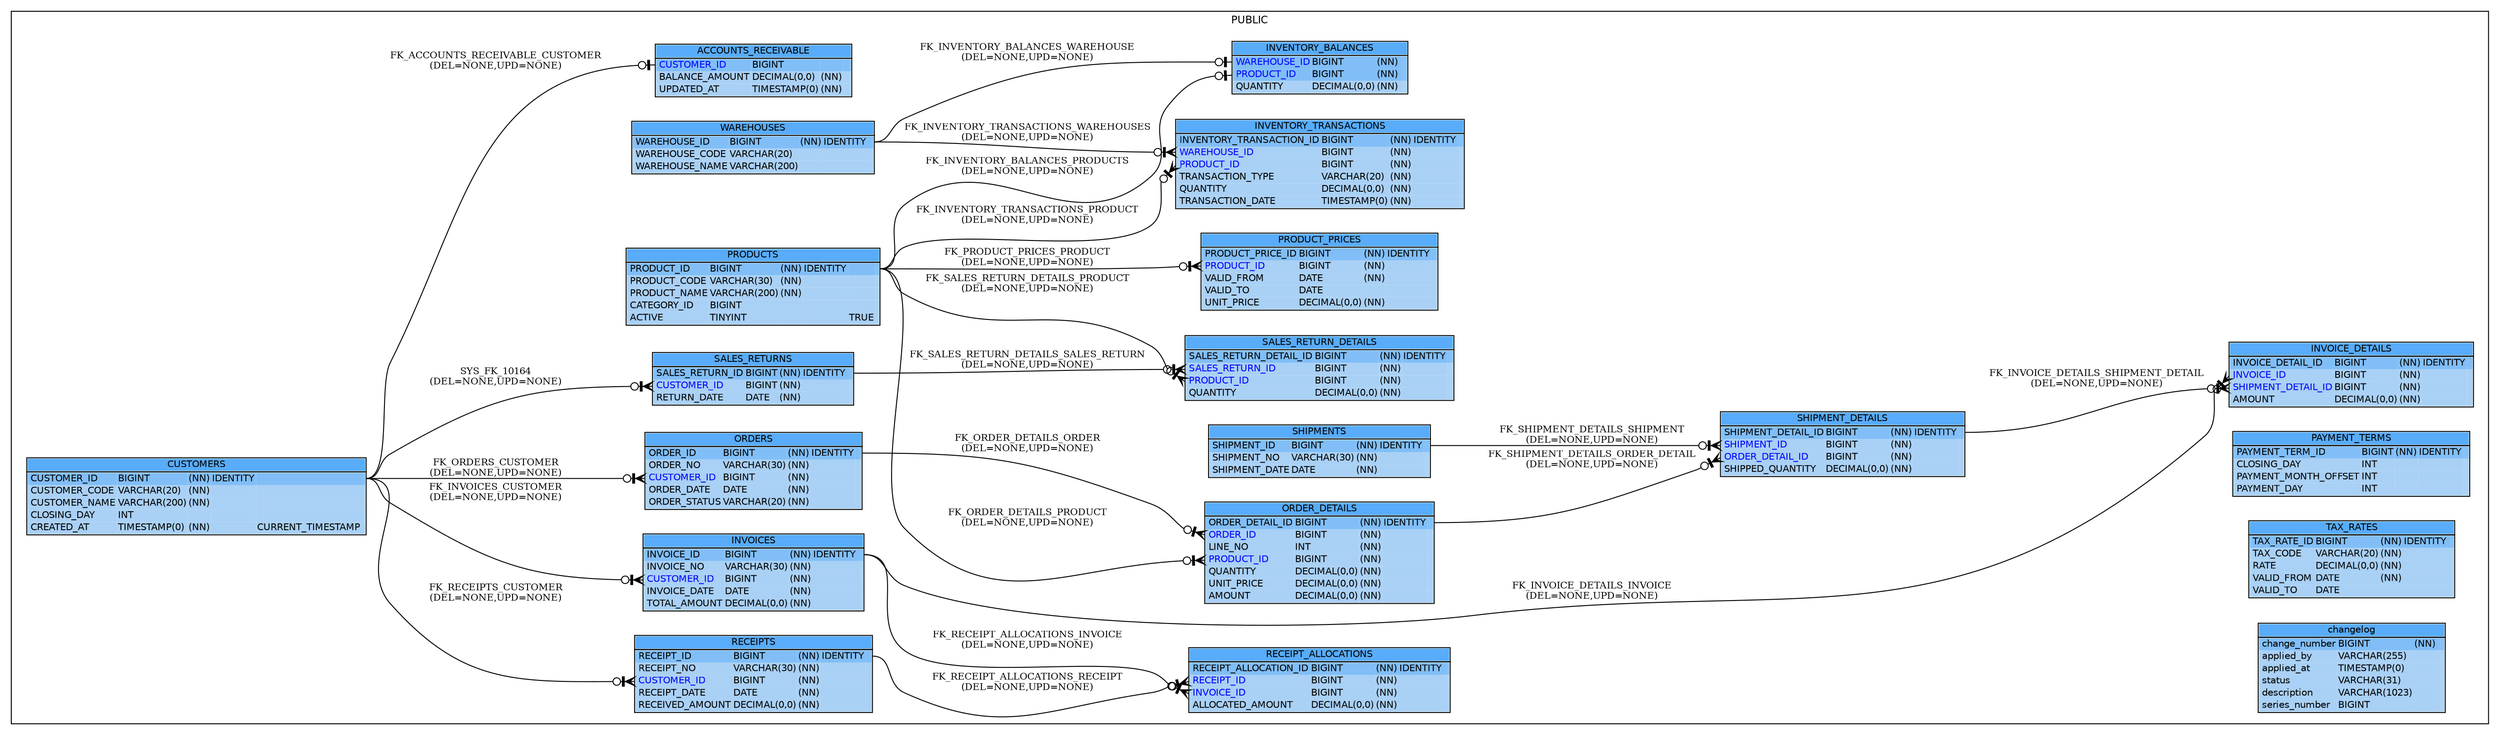
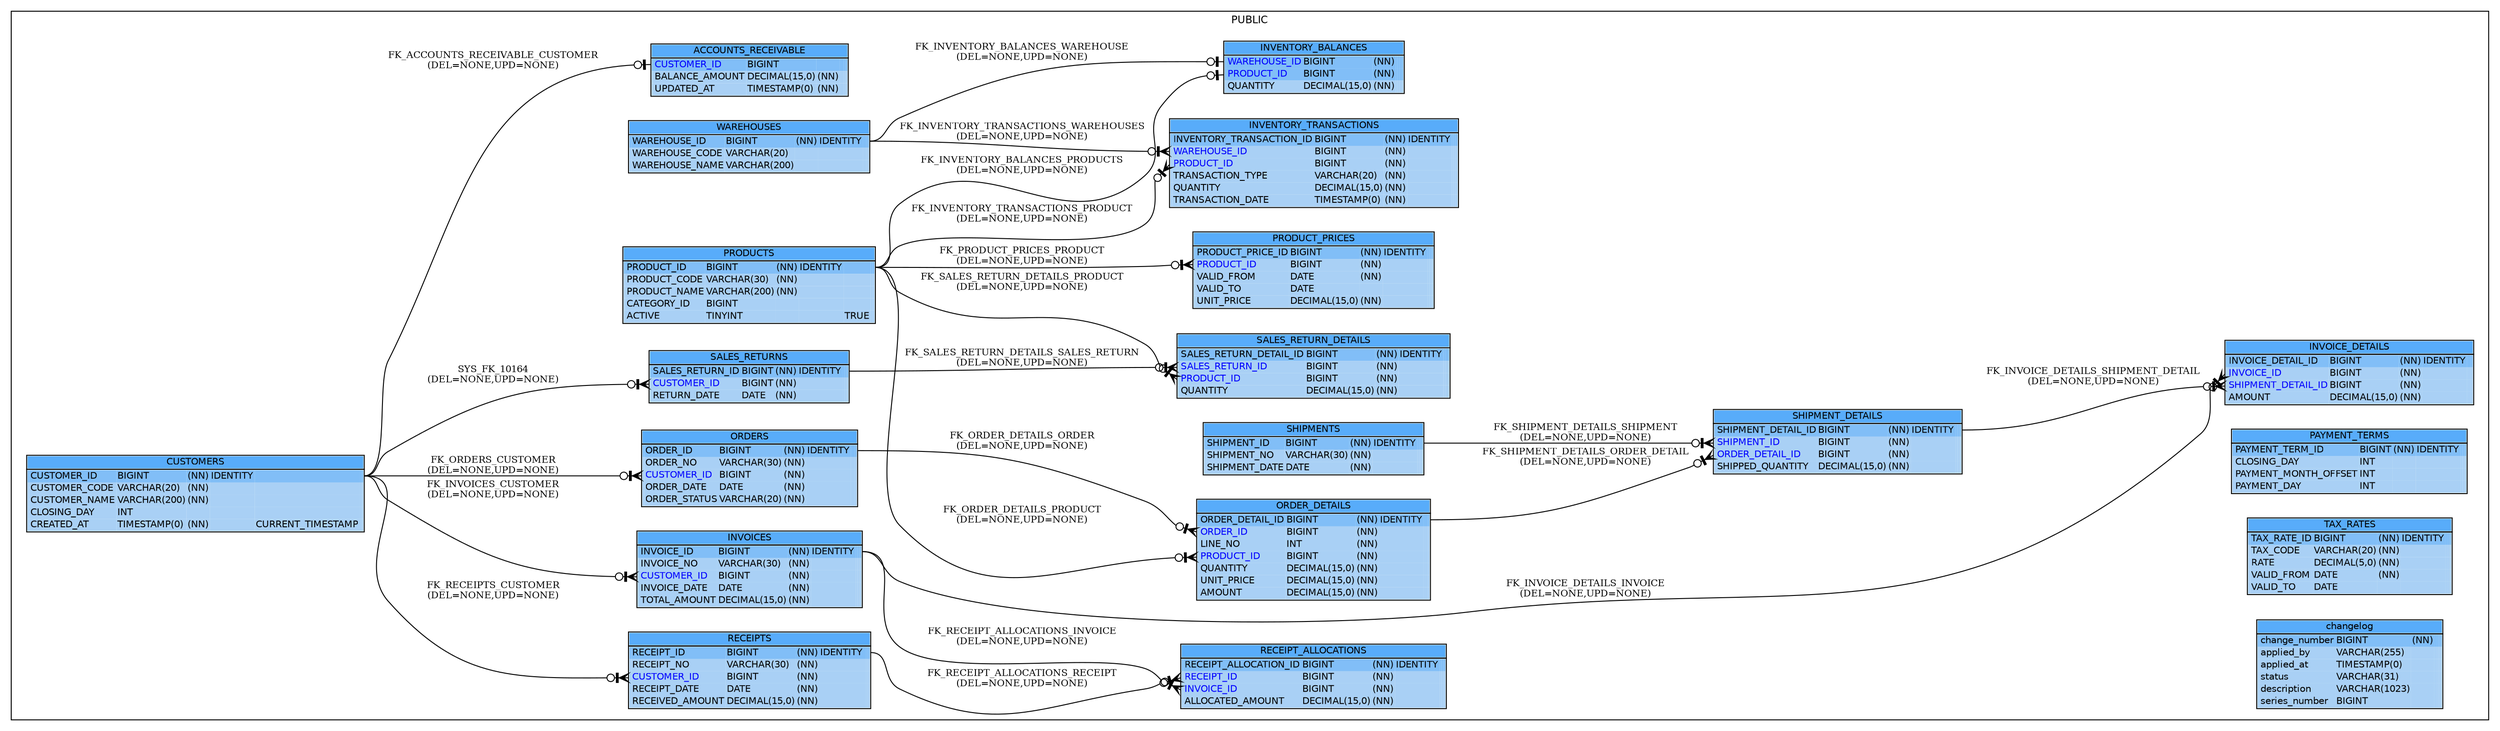
graph ER {
	graph [
		rankdir=RL
	];
	subgraph cluster_PUBLIC {
		graph [
			bgcolor="transparent"
			, fontname="Helvetica"
			, fontsize=11.0
			, nodesep=0.1
			, rankdir=RL
		];
		node [
			fontsize=11.0
			, shape=plaintext
		];
		"PUBLIC_ACCOUNTS_RECEIVABLE" [
			URL="tables/PUBLIC_ACCOUNTS_RECEIVABLE.html"
			, fontname="Helvetica"
			, fontsize=10.0
			, label=<
<table bgcolor="#EFFBFB" border="0" cellpadding="0" cellspacing="0">
	<tr><td border="1">
		<table border="0" cellpadding="1" cellspacing="0">
			<tr><td align="CENTER" bgcolor="#58ACFA" port="PUBLIC_ACCOUNTS_RECEIVABLE">ACCOUNTS_RECEIVABLE</td></tr>
		</table>
	</td></tr>
	<tr><td border="1">
		<table border="0" cellpadding="1" cellspacing="0">
			<tr><td align="LEFT" bgcolor="#81BEF7" port="head_PUBLIC.ACCOUNTS_RECEIVABLE.CUSTOMER_ID"></td><td align="LEFT" bgcolor="#81BEF7" port="PUBLIC.ACCOUNTS_RECEIVABLE.CUSTOMER_ID">
				<font color="blue">CUSTOMER_ID</font>
			</td><td align="LEFT" bgcolor="#81BEF7">BIGINT</td><td align="LEFT" bgcolor="#81BEF7"></td><td align="LEFT" bgcolor="#81BEF7"></td><td align="LEFT" bgcolor="#81BEF7"></td><td align="LEFT" bgcolor="#81BEF7"></td><td align="LEFT" bgcolor="#81BEF7" port="tail_PUBLIC.ACCOUNTS_RECEIVABLE.CUSTOMER_ID"></td></tr>
- 			<tr><td align="LEFT" bgcolor="#A9D0F5" port="head_PUBLIC.ACCOUNTS_RECEIVABLE.BALANCE_AMOUNT"></td><td align="LEFT" bgcolor="#A9D0F5" port="PUBLIC.ACCOUNTS_RECEIVABLE.BALANCE_AMOUNT">BALANCE_AMOUNT</td><td align="LEFT" bgcolor="#A9D0F5">DECIMAL(0,0)</td><td align="LEFT" bgcolor="#A9D0F5">(NN)</td><td align="LEFT" bgcolor="#A9D0F5"></td><td align="LEFT" bgcolor="#A9D0F5"></td><td align="LEFT" bgcolor="#A9D0F5"></td><td align="LEFT" bgcolor="#A9D0F5" port="tail_PUBLIC.ACCOUNTS_RECEIVABLE.BALANCE_AMOUNT"></td></tr>
+ 			<tr><td align="LEFT" bgcolor="#A9D0F5" port="head_PUBLIC.ACCOUNTS_RECEIVABLE.BALANCE_AMOUNT"></td><td align="LEFT" bgcolor="#A9D0F5" port="PUBLIC.ACCOUNTS_RECEIVABLE.BALANCE_AMOUNT">BALANCE_AMOUNT</td><td align="LEFT" bgcolor="#A9D0F5">DECIMAL(15,0)</td><td align="LEFT" bgcolor="#A9D0F5">(NN)</td><td align="LEFT" bgcolor="#A9D0F5"></td><td align="LEFT" bgcolor="#A9D0F5"></td><td align="LEFT" bgcolor="#A9D0F5"></td><td align="LEFT" bgcolor="#A9D0F5" port="tail_PUBLIC.ACCOUNTS_RECEIVABLE.BALANCE_AMOUNT"></td></tr>
			<tr><td align="LEFT" bgcolor="#A9D0F5" port="head_PUBLIC.ACCOUNTS_RECEIVABLE.UPDATED_AT"></td><td align="LEFT" bgcolor="#A9D0F5" port="PUBLIC.ACCOUNTS_RECEIVABLE.UPDATED_AT">UPDATED_AT</td><td align="LEFT" bgcolor="#A9D0F5">TIMESTAMP(0)</td><td align="LEFT" bgcolor="#A9D0F5">(NN)</td><td align="LEFT" bgcolor="#A9D0F5"></td><td align="LEFT" bgcolor="#A9D0F5"></td><td align="LEFT" bgcolor="#A9D0F5"></td><td align="LEFT" bgcolor="#A9D0F5" port="tail_PUBLIC.ACCOUNTS_RECEIVABLE.UPDATED_AT"></td></tr>
		</table>
	</td></tr>
	<tr><td border="0">
		<table border="0" cellpadding="0" cellspacing="0">
			<tr><td></td><td port="footer_PUBLIC_ACCOUNTS_RECEIVABLE"></td><td></td></tr>
		</table>
	</td></tr>
</table>>
		];
		"PUBLIC_CUSTOMERS" [
			URL="tables/PUBLIC_CUSTOMERS.html"
			, fontname="Helvetica"
			, fontsize=10.0
			, label=<
<table bgcolor="#EFFBFB" border="0" cellpadding="0" cellspacing="0">
	<tr><td border="1">
		<table border="0" cellpadding="1" cellspacing="0">
			<tr><td align="CENTER" bgcolor="#58ACFA" port="PUBLIC_CUSTOMERS">CUSTOMERS</td></tr>
		</table>
	</td></tr>
	<tr><td border="1">
		<table border="0" cellpadding="1" cellspacing="0">
			<tr><td align="LEFT" bgcolor="#81BEF7" port="head_PUBLIC.CUSTOMERS.CUSTOMER_ID"></td><td align="LEFT" bgcolor="#81BEF7" port="PUBLIC.CUSTOMERS.CUSTOMER_ID">CUSTOMER_ID</td><td align="LEFT" bgcolor="#81BEF7">BIGINT</td><td align="LEFT" bgcolor="#81BEF7">(NN)</td><td align="LEFT" bgcolor="#81BEF7">IDENTITY</td><td align="LEFT" bgcolor="#81BEF7"></td><td align="LEFT" bgcolor="#81BEF7"></td><td align="LEFT" bgcolor="#81BEF7" port="tail_PUBLIC.CUSTOMERS.CUSTOMER_ID"></td></tr>
			<tr><td align="LEFT" bgcolor="#A9D0F5" port="head_PUBLIC.CUSTOMERS.CUSTOMER_CODE"></td><td align="LEFT" bgcolor="#A9D0F5" port="PUBLIC.CUSTOMERS.CUSTOMER_CODE">CUSTOMER_CODE</td><td align="LEFT" bgcolor="#A9D0F5">VARCHAR(20)</td><td align="LEFT" bgcolor="#A9D0F5">(NN)</td><td align="LEFT" bgcolor="#A9D0F5"></td><td align="LEFT" bgcolor="#A9D0F5"></td><td align="LEFT" bgcolor="#A9D0F5"></td><td align="LEFT" bgcolor="#A9D0F5" port="tail_PUBLIC.CUSTOMERS.CUSTOMER_CODE"></td></tr>
			<tr><td align="LEFT" bgcolor="#A9D0F5" port="head_PUBLIC.CUSTOMERS.CUSTOMER_NAME"></td><td align="LEFT" bgcolor="#A9D0F5" port="PUBLIC.CUSTOMERS.CUSTOMER_NAME">CUSTOMER_NAME</td><td align="LEFT" bgcolor="#A9D0F5">VARCHAR(200)</td><td align="LEFT" bgcolor="#A9D0F5">(NN)</td><td align="LEFT" bgcolor="#A9D0F5"></td><td align="LEFT" bgcolor="#A9D0F5"></td><td align="LEFT" bgcolor="#A9D0F5"></td><td align="LEFT" bgcolor="#A9D0F5" port="tail_PUBLIC.CUSTOMERS.CUSTOMER_NAME"></td></tr>
			<tr><td align="LEFT" bgcolor="#A9D0F5" port="head_PUBLIC.CUSTOMERS.CLOSING_DAY"></td><td align="LEFT" bgcolor="#A9D0F5" port="PUBLIC.CUSTOMERS.CLOSING_DAY">CLOSING_DAY</td><td align="LEFT" bgcolor="#A9D0F5">INT</td><td align="LEFT" bgcolor="#A9D0F5"></td><td align="LEFT" bgcolor="#A9D0F5"></td><td align="LEFT" bgcolor="#A9D0F5"></td><td align="LEFT" bgcolor="#A9D0F5"></td><td align="LEFT" bgcolor="#A9D0F5" port="tail_PUBLIC.CUSTOMERS.CLOSING_DAY"></td></tr>
			<tr><td align="LEFT" bgcolor="#A9D0F5" port="head_PUBLIC.CUSTOMERS.CREATED_AT"></td><td align="LEFT" bgcolor="#A9D0F5" port="PUBLIC.CUSTOMERS.CREATED_AT">CREATED_AT</td><td align="LEFT" bgcolor="#A9D0F5">TIMESTAMP(0)</td><td align="LEFT" bgcolor="#A9D0F5">(NN)</td><td align="LEFT" bgcolor="#A9D0F5"></td><td align="LEFT" bgcolor="#A9D0F5">CURRENT_TIMESTAMP</td><td align="LEFT" bgcolor="#A9D0F5"></td><td align="LEFT" bgcolor="#A9D0F5" port="tail_PUBLIC.CUSTOMERS.CREATED_AT"></td></tr>
		</table>
	</td></tr>
	<tr><td border="0">
		<table border="0" cellpadding="0" cellspacing="0">
			<tr><td></td><td port="footer_PUBLIC_CUSTOMERS"></td><td></td></tr>
		</table>
	</td></tr>
</table>>
		];
		"PUBLIC_INVENTORY_BALANCES" [
			URL="tables/PUBLIC_INVENTORY_BALANCES.html"
			, fontname="Helvetica"
			, fontsize=10.0
			, label=<
<table bgcolor="#EFFBFB" border="0" cellpadding="0" cellspacing="0">
	<tr><td border="1">
		<table border="0" cellpadding="1" cellspacing="0">
			<tr><td align="CENTER" bgcolor="#58ACFA" port="PUBLIC_INVENTORY_BALANCES">INVENTORY_BALANCES</td></tr>
		</table>
	</td></tr>
	<tr><td border="1">
		<table border="0" cellpadding="1" cellspacing="0">
			<tr><td align="LEFT" bgcolor="#81BEF7" port="head_PUBLIC.INVENTORY_BALANCES.WAREHOUSE_ID"></td><td align="LEFT" bgcolor="#81BEF7" port="PUBLIC.INVENTORY_BALANCES.WAREHOUSE_ID">
				<font color="blue">WAREHOUSE_ID</font>
			</td><td align="LEFT" bgcolor="#81BEF7">BIGINT</td><td align="LEFT" bgcolor="#81BEF7">(NN)</td><td align="LEFT" bgcolor="#81BEF7"></td><td align="LEFT" bgcolor="#81BEF7"></td><td align="LEFT" bgcolor="#81BEF7"></td><td align="LEFT" bgcolor="#81BEF7" port="tail_PUBLIC.INVENTORY_BALANCES.WAREHOUSE_ID"></td></tr>
			<tr><td align="LEFT" bgcolor="#81BEF7" port="head_PUBLIC.INVENTORY_BALANCES.PRODUCT_ID"></td><td align="LEFT" bgcolor="#81BEF7" port="PUBLIC.INVENTORY_BALANCES.PRODUCT_ID">
				<font color="blue">PRODUCT_ID</font>
			</td><td align="LEFT" bgcolor="#81BEF7">BIGINT</td><td align="LEFT" bgcolor="#81BEF7">(NN)</td><td align="LEFT" bgcolor="#81BEF7"></td><td align="LEFT" bgcolor="#81BEF7"></td><td align="LEFT" bgcolor="#81BEF7"></td><td align="LEFT" bgcolor="#81BEF7" port="tail_PUBLIC.INVENTORY_BALANCES.PRODUCT_ID"></td></tr>
- 			<tr><td align="LEFT" bgcolor="#A9D0F5" port="head_PUBLIC.INVENTORY_BALANCES.QUANTITY"></td><td align="LEFT" bgcolor="#A9D0F5" port="PUBLIC.INVENTORY_BALANCES.QUANTITY">QUANTITY</td><td align="LEFT" bgcolor="#A9D0F5">DECIMAL(0,0)</td><td align="LEFT" bgcolor="#A9D0F5">(NN)</td><td align="LEFT" bgcolor="#A9D0F5"></td><td align="LEFT" bgcolor="#A9D0F5"></td><td align="LEFT" bgcolor="#A9D0F5"></td><td align="LEFT" bgcolor="#A9D0F5" port="tail_PUBLIC.INVENTORY_BALANCES.QUANTITY"></td></tr>
+ 			<tr><td align="LEFT" bgcolor="#A9D0F5" port="head_PUBLIC.INVENTORY_BALANCES.QUANTITY"></td><td align="LEFT" bgcolor="#A9D0F5" port="PUBLIC.INVENTORY_BALANCES.QUANTITY">QUANTITY</td><td align="LEFT" bgcolor="#A9D0F5">DECIMAL(15,0)</td><td align="LEFT" bgcolor="#A9D0F5">(NN)</td><td align="LEFT" bgcolor="#A9D0F5"></td><td align="LEFT" bgcolor="#A9D0F5"></td><td align="LEFT" bgcolor="#A9D0F5"></td><td align="LEFT" bgcolor="#A9D0F5" port="tail_PUBLIC.INVENTORY_BALANCES.QUANTITY"></td></tr>
		</table>
	</td></tr>
	<tr><td border="0">
		<table border="0" cellpadding="0" cellspacing="0">
			<tr><td></td><td port="footer_PUBLIC_INVENTORY_BALANCES"></td><td></td></tr>
		</table>
	</td></tr>
</table>>
		];
		"PUBLIC_INVENTORY_TRANSACTIONS" [
			URL="tables/PUBLIC_INVENTORY_TRANSACTIONS.html"
			, fontname="Helvetica"
			, fontsize=10.0
			, label=<
<table bgcolor="#EFFBFB" border="0" cellpadding="0" cellspacing="0">
	<tr><td border="1">
		<table border="0" cellpadding="1" cellspacing="0">
			<tr><td align="CENTER" bgcolor="#58ACFA" port="PUBLIC_INVENTORY_TRANSACTIONS">INVENTORY_TRANSACTIONS</td></tr>
		</table>
	</td></tr>
	<tr><td border="1">
		<table border="0" cellpadding="1" cellspacing="0">
			<tr><td align="LEFT" bgcolor="#81BEF7" port="head_PUBLIC.INVENTORY_TRANSACTIONS.INVENTORY_TRANSACTION_ID"></td><td align="LEFT" bgcolor="#81BEF7" port="PUBLIC.INVENTORY_TRANSACTIONS.INVENTORY_TRANSACTION_ID">INVENTORY_TRANSACTION_ID</td><td align="LEFT" bgcolor="#81BEF7">BIGINT</td><td align="LEFT" bgcolor="#81BEF7">(NN)</td><td align="LEFT" bgcolor="#81BEF7">IDENTITY</td><td align="LEFT" bgcolor="#81BEF7"></td><td align="LEFT" bgcolor="#81BEF7"></td><td align="LEFT" bgcolor="#81BEF7" port="tail_PUBLIC.INVENTORY_TRANSACTIONS.INVENTORY_TRANSACTION_ID"></td></tr>
			<tr><td align="LEFT" bgcolor="#A9D0F5" port="head_PUBLIC.INVENTORY_TRANSACTIONS.WAREHOUSE_ID"></td><td align="LEFT" bgcolor="#A9D0F5" port="PUBLIC.INVENTORY_TRANSACTIONS.WAREHOUSE_ID">
				<font color="blue">WAREHOUSE_ID</font>
			</td><td align="LEFT" bgcolor="#A9D0F5">BIGINT</td><td align="LEFT" bgcolor="#A9D0F5">(NN)</td><td align="LEFT" bgcolor="#A9D0F5"></td><td align="LEFT" bgcolor="#A9D0F5"></td><td align="LEFT" bgcolor="#A9D0F5"></td><td align="LEFT" bgcolor="#A9D0F5" port="tail_PUBLIC.INVENTORY_TRANSACTIONS.WAREHOUSE_ID"></td></tr>
			<tr><td align="LEFT" bgcolor="#A9D0F5" port="head_PUBLIC.INVENTORY_TRANSACTIONS.PRODUCT_ID"></td><td align="LEFT" bgcolor="#A9D0F5" port="PUBLIC.INVENTORY_TRANSACTIONS.PRODUCT_ID">
				<font color="blue">PRODUCT_ID</font>
			</td><td align="LEFT" bgcolor="#A9D0F5">BIGINT</td><td align="LEFT" bgcolor="#A9D0F5">(NN)</td><td align="LEFT" bgcolor="#A9D0F5"></td><td align="LEFT" bgcolor="#A9D0F5"></td><td align="LEFT" bgcolor="#A9D0F5"></td><td align="LEFT" bgcolor="#A9D0F5" port="tail_PUBLIC.INVENTORY_TRANSACTIONS.PRODUCT_ID"></td></tr>
			<tr><td align="LEFT" bgcolor="#A9D0F5" port="head_PUBLIC.INVENTORY_TRANSACTIONS.TRANSACTION_TYPE"></td><td align="LEFT" bgcolor="#A9D0F5" port="PUBLIC.INVENTORY_TRANSACTIONS.TRANSACTION_TYPE">TRANSACTION_TYPE</td><td align="LEFT" bgcolor="#A9D0F5">VARCHAR(20)</td><td align="LEFT" bgcolor="#A9D0F5">(NN)</td><td align="LEFT" bgcolor="#A9D0F5"></td><td align="LEFT" bgcolor="#A9D0F5"></td><td align="LEFT" bgcolor="#A9D0F5"></td><td align="LEFT" bgcolor="#A9D0F5" port="tail_PUBLIC.INVENTORY_TRANSACTIONS.TRANSACTION_TYPE"></td></tr>
- 			<tr><td align="LEFT" bgcolor="#A9D0F5" port="head_PUBLIC.INVENTORY_TRANSACTIONS.QUANTITY"></td><td align="LEFT" bgcolor="#A9D0F5" port="PUBLIC.INVENTORY_TRANSACTIONS.QUANTITY">QUANTITY</td><td align="LEFT" bgcolor="#A9D0F5">DECIMAL(0,0)</td><td align="LEFT" bgcolor="#A9D0F5">(NN)</td><td align="LEFT" bgcolor="#A9D0F5"></td><td align="LEFT" bgcolor="#A9D0F5"></td><td align="LEFT" bgcolor="#A9D0F5"></td><td align="LEFT" bgcolor="#A9D0F5" port="tail_PUBLIC.INVENTORY_TRANSACTIONS.QUANTITY"></td></tr>
+ 			<tr><td align="LEFT" bgcolor="#A9D0F5" port="head_PUBLIC.INVENTORY_TRANSACTIONS.QUANTITY"></td><td align="LEFT" bgcolor="#A9D0F5" port="PUBLIC.INVENTORY_TRANSACTIONS.QUANTITY">QUANTITY</td><td align="LEFT" bgcolor="#A9D0F5">DECIMAL(15,0)</td><td align="LEFT" bgcolor="#A9D0F5">(NN)</td><td align="LEFT" bgcolor="#A9D0F5"></td><td align="LEFT" bgcolor="#A9D0F5"></td><td align="LEFT" bgcolor="#A9D0F5"></td><td align="LEFT" bgcolor="#A9D0F5" port="tail_PUBLIC.INVENTORY_TRANSACTIONS.QUANTITY"></td></tr>
			<tr><td align="LEFT" bgcolor="#A9D0F5" port="head_PUBLIC.INVENTORY_TRANSACTIONS.TRANSACTION_DATE"></td><td align="LEFT" bgcolor="#A9D0F5" port="PUBLIC.INVENTORY_TRANSACTIONS.TRANSACTION_DATE">TRANSACTION_DATE</td><td align="LEFT" bgcolor="#A9D0F5">TIMESTAMP(0)</td><td align="LEFT" bgcolor="#A9D0F5">(NN)</td><td align="LEFT" bgcolor="#A9D0F5"></td><td align="LEFT" bgcolor="#A9D0F5"></td><td align="LEFT" bgcolor="#A9D0F5"></td><td align="LEFT" bgcolor="#A9D0F5" port="tail_PUBLIC.INVENTORY_TRANSACTIONS.TRANSACTION_DATE"></td></tr>
		</table>
	</td></tr>
	<tr><td border="0">
		<table border="0" cellpadding="0" cellspacing="0">
			<tr><td></td><td port="footer_PUBLIC_INVENTORY_TRANSACTIONS"></td><td></td></tr>
		</table>
	</td></tr>
</table>>
		];
		"PUBLIC_INVOICES" [
			URL="tables/PUBLIC_INVOICES.html"
			, fontname="Helvetica"
			, fontsize=10.0
			, label=<
<table bgcolor="#EFFBFB" border="0" cellpadding="0" cellspacing="0">
	<tr><td border="1">
		<table border="0" cellpadding="1" cellspacing="0">
			<tr><td align="CENTER" bgcolor="#58ACFA" port="PUBLIC_INVOICES">INVOICES</td></tr>
		</table>
	</td></tr>
	<tr><td border="1">
		<table border="0" cellpadding="1" cellspacing="0">
			<tr><td align="LEFT" bgcolor="#81BEF7" port="head_PUBLIC.INVOICES.INVOICE_ID"></td><td align="LEFT" bgcolor="#81BEF7" port="PUBLIC.INVOICES.INVOICE_ID">INVOICE_ID</td><td align="LEFT" bgcolor="#81BEF7">BIGINT</td><td align="LEFT" bgcolor="#81BEF7">(NN)</td><td align="LEFT" bgcolor="#81BEF7">IDENTITY</td><td align="LEFT" bgcolor="#81BEF7"></td><td align="LEFT" bgcolor="#81BEF7"></td><td align="LEFT" bgcolor="#81BEF7" port="tail_PUBLIC.INVOICES.INVOICE_ID"></td></tr>
			<tr><td align="LEFT" bgcolor="#A9D0F5" port="head_PUBLIC.INVOICES.INVOICE_NO"></td><td align="LEFT" bgcolor="#A9D0F5" port="PUBLIC.INVOICES.INVOICE_NO">INVOICE_NO</td><td align="LEFT" bgcolor="#A9D0F5">VARCHAR(30)</td><td align="LEFT" bgcolor="#A9D0F5">(NN)</td><td align="LEFT" bgcolor="#A9D0F5"></td><td align="LEFT" bgcolor="#A9D0F5"></td><td align="LEFT" bgcolor="#A9D0F5"></td><td align="LEFT" bgcolor="#A9D0F5" port="tail_PUBLIC.INVOICES.INVOICE_NO"></td></tr>
			<tr><td align="LEFT" bgcolor="#A9D0F5" port="head_PUBLIC.INVOICES.CUSTOMER_ID"></td><td align="LEFT" bgcolor="#A9D0F5" port="PUBLIC.INVOICES.CUSTOMER_ID">
				<font color="blue">CUSTOMER_ID</font>
			</td><td align="LEFT" bgcolor="#A9D0F5">BIGINT</td><td align="LEFT" bgcolor="#A9D0F5">(NN)</td><td align="LEFT" bgcolor="#A9D0F5"></td><td align="LEFT" bgcolor="#A9D0F5"></td><td align="LEFT" bgcolor="#A9D0F5"></td><td align="LEFT" bgcolor="#A9D0F5" port="tail_PUBLIC.INVOICES.CUSTOMER_ID"></td></tr>
			<tr><td align="LEFT" bgcolor="#A9D0F5" port="head_PUBLIC.INVOICES.INVOICE_DATE"></td><td align="LEFT" bgcolor="#A9D0F5" port="PUBLIC.INVOICES.INVOICE_DATE">INVOICE_DATE</td><td align="LEFT" bgcolor="#A9D0F5">DATE</td><td align="LEFT" bgcolor="#A9D0F5">(NN)</td><td align="LEFT" bgcolor="#A9D0F5"></td><td align="LEFT" bgcolor="#A9D0F5"></td><td align="LEFT" bgcolor="#A9D0F5"></td><td align="LEFT" bgcolor="#A9D0F5" port="tail_PUBLIC.INVOICES.INVOICE_DATE"></td></tr>
- 			<tr><td align="LEFT" bgcolor="#A9D0F5" port="head_PUBLIC.INVOICES.TOTAL_AMOUNT"></td><td align="LEFT" bgcolor="#A9D0F5" port="PUBLIC.INVOICES.TOTAL_AMOUNT">TOTAL_AMOUNT</td><td align="LEFT" bgcolor="#A9D0F5">DECIMAL(0,0)</td><td align="LEFT" bgcolor="#A9D0F5">(NN)</td><td align="LEFT" bgcolor="#A9D0F5"></td><td align="LEFT" bgcolor="#A9D0F5"></td><td align="LEFT" bgcolor="#A9D0F5"></td><td align="LEFT" bgcolor="#A9D0F5" port="tail_PUBLIC.INVOICES.TOTAL_AMOUNT"></td></tr>
+ 			<tr><td align="LEFT" bgcolor="#A9D0F5" port="head_PUBLIC.INVOICES.TOTAL_AMOUNT"></td><td align="LEFT" bgcolor="#A9D0F5" port="PUBLIC.INVOICES.TOTAL_AMOUNT">TOTAL_AMOUNT</td><td align="LEFT" bgcolor="#A9D0F5">DECIMAL(15,0)</td><td align="LEFT" bgcolor="#A9D0F5">(NN)</td><td align="LEFT" bgcolor="#A9D0F5"></td><td align="LEFT" bgcolor="#A9D0F5"></td><td align="LEFT" bgcolor="#A9D0F5"></td><td align="LEFT" bgcolor="#A9D0F5" port="tail_PUBLIC.INVOICES.TOTAL_AMOUNT"></td></tr>
		</table>
	</td></tr>
	<tr><td border="0">
		<table border="0" cellpadding="0" cellspacing="0">
			<tr><td></td><td port="footer_PUBLIC_INVOICES"></td><td></td></tr>
		</table>
	</td></tr>
</table>>
		];
		"PUBLIC_INVOICE_DETAILS" [
			URL="tables/PUBLIC_INVOICE_DETAILS.html"
			, fontname="Helvetica"
			, fontsize=10.0
			, label=<
<table bgcolor="#EFFBFB" border="0" cellpadding="0" cellspacing="0">
	<tr><td border="1">
		<table border="0" cellpadding="1" cellspacing="0">
			<tr><td align="CENTER" bgcolor="#58ACFA" port="PUBLIC_INVOICE_DETAILS">INVOICE_DETAILS</td></tr>
		</table>
	</td></tr>
	<tr><td border="1">
		<table border="0" cellpadding="1" cellspacing="0">
			<tr><td align="LEFT" bgcolor="#81BEF7" port="head_PUBLIC.INVOICE_DETAILS.INVOICE_DETAIL_ID"></td><td align="LEFT" bgcolor="#81BEF7" port="PUBLIC.INVOICE_DETAILS.INVOICE_DETAIL_ID">INVOICE_DETAIL_ID</td><td align="LEFT" bgcolor="#81BEF7">BIGINT</td><td align="LEFT" bgcolor="#81BEF7">(NN)</td><td align="LEFT" bgcolor="#81BEF7">IDENTITY</td><td align="LEFT" bgcolor="#81BEF7"></td><td align="LEFT" bgcolor="#81BEF7"></td><td align="LEFT" bgcolor="#81BEF7" port="tail_PUBLIC.INVOICE_DETAILS.INVOICE_DETAIL_ID"></td></tr>
			<tr><td align="LEFT" bgcolor="#A9D0F5" port="head_PUBLIC.INVOICE_DETAILS.INVOICE_ID"></td><td align="LEFT" bgcolor="#A9D0F5" port="PUBLIC.INVOICE_DETAILS.INVOICE_ID">
				<font color="blue">INVOICE_ID</font>
			</td><td align="LEFT" bgcolor="#A9D0F5">BIGINT</td><td align="LEFT" bgcolor="#A9D0F5">(NN)</td><td align="LEFT" bgcolor="#A9D0F5"></td><td align="LEFT" bgcolor="#A9D0F5"></td><td align="LEFT" bgcolor="#A9D0F5"></td><td align="LEFT" bgcolor="#A9D0F5" port="tail_PUBLIC.INVOICE_DETAILS.INVOICE_ID"></td></tr>
			<tr><td align="LEFT" bgcolor="#A9D0F5" port="head_PUBLIC.INVOICE_DETAILS.SHIPMENT_DETAIL_ID"></td><td align="LEFT" bgcolor="#A9D0F5" port="PUBLIC.INVOICE_DETAILS.SHIPMENT_DETAIL_ID">
				<font color="blue">SHIPMENT_DETAIL_ID</font>
			</td><td align="LEFT" bgcolor="#A9D0F5">BIGINT</td><td align="LEFT" bgcolor="#A9D0F5">(NN)</td><td align="LEFT" bgcolor="#A9D0F5"></td><td align="LEFT" bgcolor="#A9D0F5"></td><td align="LEFT" bgcolor="#A9D0F5"></td><td align="LEFT" bgcolor="#A9D0F5" port="tail_PUBLIC.INVOICE_DETAILS.SHIPMENT_DETAIL_ID"></td></tr>
- 			<tr><td align="LEFT" bgcolor="#A9D0F5" port="head_PUBLIC.INVOICE_DETAILS.AMOUNT"></td><td align="LEFT" bgcolor="#A9D0F5" port="PUBLIC.INVOICE_DETAILS.AMOUNT">AMOUNT</td><td align="LEFT" bgcolor="#A9D0F5">DECIMAL(0,0)</td><td align="LEFT" bgcolor="#A9D0F5">(NN)</td><td align="LEFT" bgcolor="#A9D0F5"></td><td align="LEFT" bgcolor="#A9D0F5"></td><td align="LEFT" bgcolor="#A9D0F5"></td><td align="LEFT" bgcolor="#A9D0F5" port="tail_PUBLIC.INVOICE_DETAILS.AMOUNT"></td></tr>
+ 			<tr><td align="LEFT" bgcolor="#A9D0F5" port="head_PUBLIC.INVOICE_DETAILS.AMOUNT"></td><td align="LEFT" bgcolor="#A9D0F5" port="PUBLIC.INVOICE_DETAILS.AMOUNT">AMOUNT</td><td align="LEFT" bgcolor="#A9D0F5">DECIMAL(15,0)</td><td align="LEFT" bgcolor="#A9D0F5">(NN)</td><td align="LEFT" bgcolor="#A9D0F5"></td><td align="LEFT" bgcolor="#A9D0F5"></td><td align="LEFT" bgcolor="#A9D0F5"></td><td align="LEFT" bgcolor="#A9D0F5" port="tail_PUBLIC.INVOICE_DETAILS.AMOUNT"></td></tr>
		</table>
	</td></tr>
	<tr><td border="0">
		<table border="0" cellpadding="0" cellspacing="0">
			<tr><td></td><td port="footer_PUBLIC_INVOICE_DETAILS"></td><td></td></tr>
		</table>
	</td></tr>
</table>>
		];
		"PUBLIC_ORDERS" [
			URL="tables/PUBLIC_ORDERS.html"
			, fontname="Helvetica"
			, fontsize=10.0
			, label=<
<table bgcolor="#EFFBFB" border="0" cellpadding="0" cellspacing="0">
	<tr><td border="1">
		<table border="0" cellpadding="1" cellspacing="0">
			<tr><td align="CENTER" bgcolor="#58ACFA" port="PUBLIC_ORDERS">ORDERS</td></tr>
		</table>
	</td></tr>
	<tr><td border="1">
		<table border="0" cellpadding="1" cellspacing="0">
			<tr><td align="LEFT" bgcolor="#81BEF7" port="head_PUBLIC.ORDERS.ORDER_ID"></td><td align="LEFT" bgcolor="#81BEF7" port="PUBLIC.ORDERS.ORDER_ID">ORDER_ID</td><td align="LEFT" bgcolor="#81BEF7">BIGINT</td><td align="LEFT" bgcolor="#81BEF7">(NN)</td><td align="LEFT" bgcolor="#81BEF7">IDENTITY</td><td align="LEFT" bgcolor="#81BEF7"></td><td align="LEFT" bgcolor="#81BEF7"></td><td align="LEFT" bgcolor="#81BEF7" port="tail_PUBLIC.ORDERS.ORDER_ID"></td></tr>
			<tr><td align="LEFT" bgcolor="#A9D0F5" port="head_PUBLIC.ORDERS.ORDER_NO"></td><td align="LEFT" bgcolor="#A9D0F5" port="PUBLIC.ORDERS.ORDER_NO">ORDER_NO</td><td align="LEFT" bgcolor="#A9D0F5">VARCHAR(30)</td><td align="LEFT" bgcolor="#A9D0F5">(NN)</td><td align="LEFT" bgcolor="#A9D0F5"></td><td align="LEFT" bgcolor="#A9D0F5"></td><td align="LEFT" bgcolor="#A9D0F5"></td><td align="LEFT" bgcolor="#A9D0F5" port="tail_PUBLIC.ORDERS.ORDER_NO"></td></tr>
			<tr><td align="LEFT" bgcolor="#A9D0F5" port="head_PUBLIC.ORDERS.CUSTOMER_ID"></td><td align="LEFT" bgcolor="#A9D0F5" port="PUBLIC.ORDERS.CUSTOMER_ID">
				<font color="blue">CUSTOMER_ID</font>
			</td><td align="LEFT" bgcolor="#A9D0F5">BIGINT</td><td align="LEFT" bgcolor="#A9D0F5">(NN)</td><td align="LEFT" bgcolor="#A9D0F5"></td><td align="LEFT" bgcolor="#A9D0F5"></td><td align="LEFT" bgcolor="#A9D0F5"></td><td align="LEFT" bgcolor="#A9D0F5" port="tail_PUBLIC.ORDERS.CUSTOMER_ID"></td></tr>
			<tr><td align="LEFT" bgcolor="#A9D0F5" port="head_PUBLIC.ORDERS.ORDER_DATE"></td><td align="LEFT" bgcolor="#A9D0F5" port="PUBLIC.ORDERS.ORDER_DATE">ORDER_DATE</td><td align="LEFT" bgcolor="#A9D0F5">DATE</td><td align="LEFT" bgcolor="#A9D0F5">(NN)</td><td align="LEFT" bgcolor="#A9D0F5"></td><td align="LEFT" bgcolor="#A9D0F5"></td><td align="LEFT" bgcolor="#A9D0F5"></td><td align="LEFT" bgcolor="#A9D0F5" port="tail_PUBLIC.ORDERS.ORDER_DATE"></td></tr>
			<tr><td align="LEFT" bgcolor="#A9D0F5" port="head_PUBLIC.ORDERS.ORDER_STATUS"></td><td align="LEFT" bgcolor="#A9D0F5" port="PUBLIC.ORDERS.ORDER_STATUS">ORDER_STATUS</td><td align="LEFT" bgcolor="#A9D0F5">VARCHAR(20)</td><td align="LEFT" bgcolor="#A9D0F5">(NN)</td><td align="LEFT" bgcolor="#A9D0F5"></td><td align="LEFT" bgcolor="#A9D0F5"></td><td align="LEFT" bgcolor="#A9D0F5"></td><td align="LEFT" bgcolor="#A9D0F5" port="tail_PUBLIC.ORDERS.ORDER_STATUS"></td></tr>
		</table>
	</td></tr>
	<tr><td border="0">
		<table border="0" cellpadding="0" cellspacing="0">
			<tr><td></td><td port="footer_PUBLIC_ORDERS"></td><td></td></tr>
		</table>
	</td></tr>
</table>>
		];
		"PUBLIC_ORDER_DETAILS" [
			URL="tables/PUBLIC_ORDER_DETAILS.html"
			, fontname="Helvetica"
			, fontsize=10.0
			, label=<
<table bgcolor="#EFFBFB" border="0" cellpadding="0" cellspacing="0">
	<tr><td border="1">
		<table border="0" cellpadding="1" cellspacing="0">
			<tr><td align="CENTER" bgcolor="#58ACFA" port="PUBLIC_ORDER_DETAILS">ORDER_DETAILS</td></tr>
		</table>
	</td></tr>
	<tr><td border="1">
		<table border="0" cellpadding="1" cellspacing="0">
			<tr><td align="LEFT" bgcolor="#81BEF7" port="head_PUBLIC.ORDER_DETAILS.ORDER_DETAIL_ID"></td><td align="LEFT" bgcolor="#81BEF7" port="PUBLIC.ORDER_DETAILS.ORDER_DETAIL_ID">ORDER_DETAIL_ID</td><td align="LEFT" bgcolor="#81BEF7">BIGINT</td><td align="LEFT" bgcolor="#81BEF7">(NN)</td><td align="LEFT" bgcolor="#81BEF7">IDENTITY</td><td align="LEFT" bgcolor="#81BEF7"></td><td align="LEFT" bgcolor="#81BEF7"></td><td align="LEFT" bgcolor="#81BEF7" port="tail_PUBLIC.ORDER_DETAILS.ORDER_DETAIL_ID"></td></tr>
			<tr><td align="LEFT" bgcolor="#A9D0F5" port="head_PUBLIC.ORDER_DETAILS.ORDER_ID"></td><td align="LEFT" bgcolor="#A9D0F5" port="PUBLIC.ORDER_DETAILS.ORDER_ID">
				<font color="blue">ORDER_ID</font>
			</td><td align="LEFT" bgcolor="#A9D0F5">BIGINT</td><td align="LEFT" bgcolor="#A9D0F5">(NN)</td><td align="LEFT" bgcolor="#A9D0F5"></td><td align="LEFT" bgcolor="#A9D0F5"></td><td align="LEFT" bgcolor="#A9D0F5"></td><td align="LEFT" bgcolor="#A9D0F5" port="tail_PUBLIC.ORDER_DETAILS.ORDER_ID"></td></tr>
			<tr><td align="LEFT" bgcolor="#A9D0F5" port="head_PUBLIC.ORDER_DETAILS.LINE_NO"></td><td align="LEFT" bgcolor="#A9D0F5" port="PUBLIC.ORDER_DETAILS.LINE_NO">LINE_NO</td><td align="LEFT" bgcolor="#A9D0F5">INT</td><td align="LEFT" bgcolor="#A9D0F5">(NN)</td><td align="LEFT" bgcolor="#A9D0F5"></td><td align="LEFT" bgcolor="#A9D0F5"></td><td align="LEFT" bgcolor="#A9D0F5"></td><td align="LEFT" bgcolor="#A9D0F5" port="tail_PUBLIC.ORDER_DETAILS.LINE_NO"></td></tr>
			<tr><td align="LEFT" bgcolor="#A9D0F5" port="head_PUBLIC.ORDER_DETAILS.PRODUCT_ID"></td><td align="LEFT" bgcolor="#A9D0F5" port="PUBLIC.ORDER_DETAILS.PRODUCT_ID">
				<font color="blue">PRODUCT_ID</font>
			</td><td align="LEFT" bgcolor="#A9D0F5">BIGINT</td><td align="LEFT" bgcolor="#A9D0F5">(NN)</td><td align="LEFT" bgcolor="#A9D0F5"></td><td align="LEFT" bgcolor="#A9D0F5"></td><td align="LEFT" bgcolor="#A9D0F5"></td><td align="LEFT" bgcolor="#A9D0F5" port="tail_PUBLIC.ORDER_DETAILS.PRODUCT_ID"></td></tr>
- 			<tr><td align="LEFT" bgcolor="#A9D0F5" port="head_PUBLIC.ORDER_DETAILS.QUANTITY"></td><td align="LEFT" bgcolor="#A9D0F5" port="PUBLIC.ORDER_DETAILS.QUANTITY">QUANTITY</td><td align="LEFT" bgcolor="#A9D0F5">DECIMAL(0,0)</td><td align="LEFT" bgcolor="#A9D0F5">(NN)</td><td align="LEFT" bgcolor="#A9D0F5"></td><td align="LEFT" bgcolor="#A9D0F5"></td><td align="LEFT" bgcolor="#A9D0F5"></td><td align="LEFT" bgcolor="#A9D0F5" port="tail_PUBLIC.ORDER_DETAILS.QUANTITY"></td></tr>
- 			<tr><td align="LEFT" bgcolor="#A9D0F5" port="head_PUBLIC.ORDER_DETAILS.UNIT_PRICE"></td><td align="LEFT" bgcolor="#A9D0F5" port="PUBLIC.ORDER_DETAILS.UNIT_PRICE">UNIT_PRICE</td><td align="LEFT" bgcolor="#A9D0F5">DECIMAL(0,0)</td><td align="LEFT" bgcolor="#A9D0F5">(NN)</td><td align="LEFT" bgcolor="#A9D0F5"></td><td align="LEFT" bgcolor="#A9D0F5"></td><td align="LEFT" bgcolor="#A9D0F5"></td><td align="LEFT" bgcolor="#A9D0F5" port="tail_PUBLIC.ORDER_DETAILS.UNIT_PRICE"></td></tr>
- 			<tr><td align="LEFT" bgcolor="#A9D0F5" port="head_PUBLIC.ORDER_DETAILS.AMOUNT"></td><td align="LEFT" bgcolor="#A9D0F5" port="PUBLIC.ORDER_DETAILS.AMOUNT">AMOUNT</td><td align="LEFT" bgcolor="#A9D0F5">DECIMAL(0,0)</td><td align="LEFT" bgcolor="#A9D0F5">(NN)</td><td align="LEFT" bgcolor="#A9D0F5"></td><td align="LEFT" bgcolor="#A9D0F5"></td><td align="LEFT" bgcolor="#A9D0F5"></td><td align="LEFT" bgcolor="#A9D0F5" port="tail_PUBLIC.ORDER_DETAILS.AMOUNT"></td></tr>
+ 			<tr><td align="LEFT" bgcolor="#A9D0F5" port="head_PUBLIC.ORDER_DETAILS.QUANTITY"></td><td align="LEFT" bgcolor="#A9D0F5" port="PUBLIC.ORDER_DETAILS.QUANTITY">QUANTITY</td><td align="LEFT" bgcolor="#A9D0F5">DECIMAL(15,0)</td><td align="LEFT" bgcolor="#A9D0F5">(NN)</td><td align="LEFT" bgcolor="#A9D0F5"></td><td align="LEFT" bgcolor="#A9D0F5"></td><td align="LEFT" bgcolor="#A9D0F5"></td><td align="LEFT" bgcolor="#A9D0F5" port="tail_PUBLIC.ORDER_DETAILS.QUANTITY"></td></tr>
+ 			<tr><td align="LEFT" bgcolor="#A9D0F5" port="head_PUBLIC.ORDER_DETAILS.UNIT_PRICE"></td><td align="LEFT" bgcolor="#A9D0F5" port="PUBLIC.ORDER_DETAILS.UNIT_PRICE">UNIT_PRICE</td><td align="LEFT" bgcolor="#A9D0F5">DECIMAL(15,0)</td><td align="LEFT" bgcolor="#A9D0F5">(NN)</td><td align="LEFT" bgcolor="#A9D0F5"></td><td align="LEFT" bgcolor="#A9D0F5"></td><td align="LEFT" bgcolor="#A9D0F5"></td><td align="LEFT" bgcolor="#A9D0F5" port="tail_PUBLIC.ORDER_DETAILS.UNIT_PRICE"></td></tr>
+ 			<tr><td align="LEFT" bgcolor="#A9D0F5" port="head_PUBLIC.ORDER_DETAILS.AMOUNT"></td><td align="LEFT" bgcolor="#A9D0F5" port="PUBLIC.ORDER_DETAILS.AMOUNT">AMOUNT</td><td align="LEFT" bgcolor="#A9D0F5">DECIMAL(15,0)</td><td align="LEFT" bgcolor="#A9D0F5">(NN)</td><td align="LEFT" bgcolor="#A9D0F5"></td><td align="LEFT" bgcolor="#A9D0F5"></td><td align="LEFT" bgcolor="#A9D0F5"></td><td align="LEFT" bgcolor="#A9D0F5" port="tail_PUBLIC.ORDER_DETAILS.AMOUNT"></td></tr>
		</table>
	</td></tr>
	<tr><td border="0">
		<table border="0" cellpadding="0" cellspacing="0">
			<tr><td></td><td port="footer_PUBLIC_ORDER_DETAILS"></td><td></td></tr>
		</table>
	</td></tr>
</table>>
		];
		"PUBLIC_PAYMENT_TERMS" [
			URL="tables/PUBLIC_PAYMENT_TERMS.html"
			, fontname="Helvetica"
			, fontsize=10.0
			, label=<
<table bgcolor="#EFFBFB" border="0" cellpadding="0" cellspacing="0">
	<tr><td border="1">
		<table border="0" cellpadding="1" cellspacing="0">
			<tr><td align="CENTER" bgcolor="#58ACFA" port="PUBLIC_PAYMENT_TERMS">PAYMENT_TERMS</td></tr>
		</table>
	</td></tr>
	<tr><td border="1">
		<table border="0" cellpadding="1" cellspacing="0">
			<tr><td align="LEFT" bgcolor="#81BEF7" port="head_PUBLIC.PAYMENT_TERMS.PAYMENT_TERM_ID"></td><td align="LEFT" bgcolor="#81BEF7" port="PUBLIC.PAYMENT_TERMS.PAYMENT_TERM_ID">PAYMENT_TERM_ID</td><td align="LEFT" bgcolor="#81BEF7">BIGINT</td><td align="LEFT" bgcolor="#81BEF7">(NN)</td><td align="LEFT" bgcolor="#81BEF7">IDENTITY</td><td align="LEFT" bgcolor="#81BEF7"></td><td align="LEFT" bgcolor="#81BEF7"></td><td align="LEFT" bgcolor="#81BEF7" port="tail_PUBLIC.PAYMENT_TERMS.PAYMENT_TERM_ID"></td></tr>
			<tr><td align="LEFT" bgcolor="#A9D0F5" port="head_PUBLIC.PAYMENT_TERMS.CLOSING_DAY"></td><td align="LEFT" bgcolor="#A9D0F5" port="PUBLIC.PAYMENT_TERMS.CLOSING_DAY">CLOSING_DAY</td><td align="LEFT" bgcolor="#A9D0F5">INT</td><td align="LEFT" bgcolor="#A9D0F5"></td><td align="LEFT" bgcolor="#A9D0F5"></td><td align="LEFT" bgcolor="#A9D0F5"></td><td align="LEFT" bgcolor="#A9D0F5"></td><td align="LEFT" bgcolor="#A9D0F5" port="tail_PUBLIC.PAYMENT_TERMS.CLOSING_DAY"></td></tr>
			<tr><td align="LEFT" bgcolor="#A9D0F5" port="head_PUBLIC.PAYMENT_TERMS.PAYMENT_MONTH_OFFSET"></td><td align="LEFT" bgcolor="#A9D0F5" port="PUBLIC.PAYMENT_TERMS.PAYMENT_MONTH_OFFSET">PAYMENT_MONTH_OFFSET</td><td align="LEFT" bgcolor="#A9D0F5">INT</td><td align="LEFT" bgcolor="#A9D0F5"></td><td align="LEFT" bgcolor="#A9D0F5"></td><td align="LEFT" bgcolor="#A9D0F5"></td><td align="LEFT" bgcolor="#A9D0F5"></td><td align="LEFT" bgcolor="#A9D0F5" port="tail_PUBLIC.PAYMENT_TERMS.PAYMENT_MONTH_OFFSET"></td></tr>
			<tr><td align="LEFT" bgcolor="#A9D0F5" port="head_PUBLIC.PAYMENT_TERMS.PAYMENT_DAY"></td><td align="LEFT" bgcolor="#A9D0F5" port="PUBLIC.PAYMENT_TERMS.PAYMENT_DAY">PAYMENT_DAY</td><td align="LEFT" bgcolor="#A9D0F5">INT</td><td align="LEFT" bgcolor="#A9D0F5"></td><td align="LEFT" bgcolor="#A9D0F5"></td><td align="LEFT" bgcolor="#A9D0F5"></td><td align="LEFT" bgcolor="#A9D0F5"></td><td align="LEFT" bgcolor="#A9D0F5" port="tail_PUBLIC.PAYMENT_TERMS.PAYMENT_DAY"></td></tr>
		</table>
	</td></tr>
	<tr><td border="0">
		<table border="0" cellpadding="0" cellspacing="0">
			<tr><td></td><td port="footer_PUBLIC_PAYMENT_TERMS"></td><td></td></tr>
		</table>
	</td></tr>
</table>>
		];
		"PUBLIC_PRODUCTS" [
			URL="tables/PUBLIC_PRODUCTS.html"
			, fontname="Helvetica"
			, fontsize=10.0
			, label=<
<table bgcolor="#EFFBFB" border="0" cellpadding="0" cellspacing="0">
	<tr><td border="1">
		<table border="0" cellpadding="1" cellspacing="0">
			<tr><td align="CENTER" bgcolor="#58ACFA" port="PUBLIC_PRODUCTS">PRODUCTS</td></tr>
		</table>
	</td></tr>
	<tr><td border="1">
		<table border="0" cellpadding="1" cellspacing="0">
			<tr><td align="LEFT" bgcolor="#81BEF7" port="head_PUBLIC.PRODUCTS.PRODUCT_ID"></td><td align="LEFT" bgcolor="#81BEF7" port="PUBLIC.PRODUCTS.PRODUCT_ID">PRODUCT_ID</td><td align="LEFT" bgcolor="#81BEF7">BIGINT</td><td align="LEFT" bgcolor="#81BEF7">(NN)</td><td align="LEFT" bgcolor="#81BEF7">IDENTITY</td><td align="LEFT" bgcolor="#81BEF7"></td><td align="LEFT" bgcolor="#81BEF7"></td><td align="LEFT" bgcolor="#81BEF7" port="tail_PUBLIC.PRODUCTS.PRODUCT_ID"></td></tr>
			<tr><td align="LEFT" bgcolor="#A9D0F5" port="head_PUBLIC.PRODUCTS.PRODUCT_CODE"></td><td align="LEFT" bgcolor="#A9D0F5" port="PUBLIC.PRODUCTS.PRODUCT_CODE">PRODUCT_CODE</td><td align="LEFT" bgcolor="#A9D0F5">VARCHAR(30)</td><td align="LEFT" bgcolor="#A9D0F5">(NN)</td><td align="LEFT" bgcolor="#A9D0F5"></td><td align="LEFT" bgcolor="#A9D0F5"></td><td align="LEFT" bgcolor="#A9D0F5"></td><td align="LEFT" bgcolor="#A9D0F5" port="tail_PUBLIC.PRODUCTS.PRODUCT_CODE"></td></tr>
			<tr><td align="LEFT" bgcolor="#A9D0F5" port="head_PUBLIC.PRODUCTS.PRODUCT_NAME"></td><td align="LEFT" bgcolor="#A9D0F5" port="PUBLIC.PRODUCTS.PRODUCT_NAME">PRODUCT_NAME</td><td align="LEFT" bgcolor="#A9D0F5">VARCHAR(200)</td><td align="LEFT" bgcolor="#A9D0F5">(NN)</td><td align="LEFT" bgcolor="#A9D0F5"></td><td align="LEFT" bgcolor="#A9D0F5"></td><td align="LEFT" bgcolor="#A9D0F5"></td><td align="LEFT" bgcolor="#A9D0F5" port="tail_PUBLIC.PRODUCTS.PRODUCT_NAME"></td></tr>
			<tr><td align="LEFT" bgcolor="#A9D0F5" port="head_PUBLIC.PRODUCTS.CATEGORY_ID"></td><td align="LEFT" bgcolor="#A9D0F5" port="PUBLIC.PRODUCTS.CATEGORY_ID">CATEGORY_ID</td><td align="LEFT" bgcolor="#A9D0F5">BIGINT</td><td align="LEFT" bgcolor="#A9D0F5"></td><td align="LEFT" bgcolor="#A9D0F5"></td><td align="LEFT" bgcolor="#A9D0F5"></td><td align="LEFT" bgcolor="#A9D0F5"></td><td align="LEFT" bgcolor="#A9D0F5" port="tail_PUBLIC.PRODUCTS.CATEGORY_ID"></td></tr>
			<tr><td align="LEFT" bgcolor="#A9D0F5" port="head_PUBLIC.PRODUCTS.ACTIVE"></td><td align="LEFT" bgcolor="#A9D0F5" port="PUBLIC.PRODUCTS.ACTIVE">ACTIVE</td><td align="LEFT" bgcolor="#A9D0F5">TINYINT</td><td align="LEFT" bgcolor="#A9D0F5"></td><td align="LEFT" bgcolor="#A9D0F5"></td><td align="LEFT" bgcolor="#A9D0F5">TRUE</td><td align="LEFT" bgcolor="#A9D0F5"></td><td align="LEFT" bgcolor="#A9D0F5" port="tail_PUBLIC.PRODUCTS.ACTIVE"></td></tr>
		</table>
	</td></tr>
	<tr><td border="0">
		<table border="0" cellpadding="0" cellspacing="0">
			<tr><td></td><td port="footer_PUBLIC_PRODUCTS"></td><td></td></tr>
		</table>
	</td></tr>
</table>>
		];
		"PUBLIC_PRODUCT_PRICES" [
			URL="tables/PUBLIC_PRODUCT_PRICES.html"
			, fontname="Helvetica"
			, fontsize=10.0
			, label=<
<table bgcolor="#EFFBFB" border="0" cellpadding="0" cellspacing="0">
	<tr><td border="1">
		<table border="0" cellpadding="1" cellspacing="0">
			<tr><td align="CENTER" bgcolor="#58ACFA" port="PUBLIC_PRODUCT_PRICES">PRODUCT_PRICES</td></tr>
		</table>
	</td></tr>
	<tr><td border="1">
		<table border="0" cellpadding="1" cellspacing="0">
			<tr><td align="LEFT" bgcolor="#81BEF7" port="head_PUBLIC.PRODUCT_PRICES.PRODUCT_PRICE_ID"></td><td align="LEFT" bgcolor="#81BEF7" port="PUBLIC.PRODUCT_PRICES.PRODUCT_PRICE_ID">PRODUCT_PRICE_ID</td><td align="LEFT" bgcolor="#81BEF7">BIGINT</td><td align="LEFT" bgcolor="#81BEF7">(NN)</td><td align="LEFT" bgcolor="#81BEF7">IDENTITY</td><td align="LEFT" bgcolor="#81BEF7"></td><td align="LEFT" bgcolor="#81BEF7"></td><td align="LEFT" bgcolor="#81BEF7" port="tail_PUBLIC.PRODUCT_PRICES.PRODUCT_PRICE_ID"></td></tr>
			<tr><td align="LEFT" bgcolor="#A9D0F5" port="head_PUBLIC.PRODUCT_PRICES.PRODUCT_ID"></td><td align="LEFT" bgcolor="#A9D0F5" port="PUBLIC.PRODUCT_PRICES.PRODUCT_ID">
				<font color="blue">PRODUCT_ID</font>
			</td><td align="LEFT" bgcolor="#A9D0F5">BIGINT</td><td align="LEFT" bgcolor="#A9D0F5">(NN)</td><td align="LEFT" bgcolor="#A9D0F5"></td><td align="LEFT" bgcolor="#A9D0F5"></td><td align="LEFT" bgcolor="#A9D0F5"></td><td align="LEFT" bgcolor="#A9D0F5" port="tail_PUBLIC.PRODUCT_PRICES.PRODUCT_ID"></td></tr>
			<tr><td align="LEFT" bgcolor="#A9D0F5" port="head_PUBLIC.PRODUCT_PRICES.VALID_FROM"></td><td align="LEFT" bgcolor="#A9D0F5" port="PUBLIC.PRODUCT_PRICES.VALID_FROM">VALID_FROM</td><td align="LEFT" bgcolor="#A9D0F5">DATE</td><td align="LEFT" bgcolor="#A9D0F5">(NN)</td><td align="LEFT" bgcolor="#A9D0F5"></td><td align="LEFT" bgcolor="#A9D0F5"></td><td align="LEFT" bgcolor="#A9D0F5"></td><td align="LEFT" bgcolor="#A9D0F5" port="tail_PUBLIC.PRODUCT_PRICES.VALID_FROM"></td></tr>
			<tr><td align="LEFT" bgcolor="#A9D0F5" port="head_PUBLIC.PRODUCT_PRICES.VALID_TO"></td><td align="LEFT" bgcolor="#A9D0F5" port="PUBLIC.PRODUCT_PRICES.VALID_TO">VALID_TO</td><td align="LEFT" bgcolor="#A9D0F5">DATE</td><td align="LEFT" bgcolor="#A9D0F5"></td><td align="LEFT" bgcolor="#A9D0F5"></td><td align="LEFT" bgcolor="#A9D0F5"></td><td align="LEFT" bgcolor="#A9D0F5"></td><td align="LEFT" bgcolor="#A9D0F5" port="tail_PUBLIC.PRODUCT_PRICES.VALID_TO"></td></tr>
- 			<tr><td align="LEFT" bgcolor="#A9D0F5" port="head_PUBLIC.PRODUCT_PRICES.UNIT_PRICE"></td><td align="LEFT" bgcolor="#A9D0F5" port="PUBLIC.PRODUCT_PRICES.UNIT_PRICE">UNIT_PRICE</td><td align="LEFT" bgcolor="#A9D0F5">DECIMAL(0,0)</td><td align="LEFT" bgcolor="#A9D0F5">(NN)</td><td align="LEFT" bgcolor="#A9D0F5"></td><td align="LEFT" bgcolor="#A9D0F5"></td><td align="LEFT" bgcolor="#A9D0F5"></td><td align="LEFT" bgcolor="#A9D0F5" port="tail_PUBLIC.PRODUCT_PRICES.UNIT_PRICE"></td></tr>
+ 			<tr><td align="LEFT" bgcolor="#A9D0F5" port="head_PUBLIC.PRODUCT_PRICES.UNIT_PRICE"></td><td align="LEFT" bgcolor="#A9D0F5" port="PUBLIC.PRODUCT_PRICES.UNIT_PRICE">UNIT_PRICE</td><td align="LEFT" bgcolor="#A9D0F5">DECIMAL(15,0)</td><td align="LEFT" bgcolor="#A9D0F5">(NN)</td><td align="LEFT" bgcolor="#A9D0F5"></td><td align="LEFT" bgcolor="#A9D0F5"></td><td align="LEFT" bgcolor="#A9D0F5"></td><td align="LEFT" bgcolor="#A9D0F5" port="tail_PUBLIC.PRODUCT_PRICES.UNIT_PRICE"></td></tr>
		</table>
	</td></tr>
	<tr><td border="0">
		<table border="0" cellpadding="0" cellspacing="0">
			<tr><td></td><td port="footer_PUBLIC_PRODUCT_PRICES"></td><td></td></tr>
		</table>
	</td></tr>
</table>>
		];
		"PUBLIC_RECEIPTS" [
			URL="tables/PUBLIC_RECEIPTS.html"
			, fontname="Helvetica"
			, fontsize=10.0
			, label=<
<table bgcolor="#EFFBFB" border="0" cellpadding="0" cellspacing="0">
	<tr><td border="1">
		<table border="0" cellpadding="1" cellspacing="0">
			<tr><td align="CENTER" bgcolor="#58ACFA" port="PUBLIC_RECEIPTS">RECEIPTS</td></tr>
		</table>
	</td></tr>
	<tr><td border="1">
		<table border="0" cellpadding="1" cellspacing="0">
			<tr><td align="LEFT" bgcolor="#81BEF7" port="head_PUBLIC.RECEIPTS.RECEIPT_ID"></td><td align="LEFT" bgcolor="#81BEF7" port="PUBLIC.RECEIPTS.RECEIPT_ID">RECEIPT_ID</td><td align="LEFT" bgcolor="#81BEF7">BIGINT</td><td align="LEFT" bgcolor="#81BEF7">(NN)</td><td align="LEFT" bgcolor="#81BEF7">IDENTITY</td><td align="LEFT" bgcolor="#81BEF7"></td><td align="LEFT" bgcolor="#81BEF7"></td><td align="LEFT" bgcolor="#81BEF7" port="tail_PUBLIC.RECEIPTS.RECEIPT_ID"></td></tr>
			<tr><td align="LEFT" bgcolor="#A9D0F5" port="head_PUBLIC.RECEIPTS.RECEIPT_NO"></td><td align="LEFT" bgcolor="#A9D0F5" port="PUBLIC.RECEIPTS.RECEIPT_NO">RECEIPT_NO</td><td align="LEFT" bgcolor="#A9D0F5">VARCHAR(30)</td><td align="LEFT" bgcolor="#A9D0F5">(NN)</td><td align="LEFT" bgcolor="#A9D0F5"></td><td align="LEFT" bgcolor="#A9D0F5"></td><td align="LEFT" bgcolor="#A9D0F5"></td><td align="LEFT" bgcolor="#A9D0F5" port="tail_PUBLIC.RECEIPTS.RECEIPT_NO"></td></tr>
			<tr><td align="LEFT" bgcolor="#A9D0F5" port="head_PUBLIC.RECEIPTS.CUSTOMER_ID"></td><td align="LEFT" bgcolor="#A9D0F5" port="PUBLIC.RECEIPTS.CUSTOMER_ID">
				<font color="blue">CUSTOMER_ID</font>
			</td><td align="LEFT" bgcolor="#A9D0F5">BIGINT</td><td align="LEFT" bgcolor="#A9D0F5">(NN)</td><td align="LEFT" bgcolor="#A9D0F5"></td><td align="LEFT" bgcolor="#A9D0F5"></td><td align="LEFT" bgcolor="#A9D0F5"></td><td align="LEFT" bgcolor="#A9D0F5" port="tail_PUBLIC.RECEIPTS.CUSTOMER_ID"></td></tr>
			<tr><td align="LEFT" bgcolor="#A9D0F5" port="head_PUBLIC.RECEIPTS.RECEIPT_DATE"></td><td align="LEFT" bgcolor="#A9D0F5" port="PUBLIC.RECEIPTS.RECEIPT_DATE">RECEIPT_DATE</td><td align="LEFT" bgcolor="#A9D0F5">DATE</td><td align="LEFT" bgcolor="#A9D0F5">(NN)</td><td align="LEFT" bgcolor="#A9D0F5"></td><td align="LEFT" bgcolor="#A9D0F5"></td><td align="LEFT" bgcolor="#A9D0F5"></td><td align="LEFT" bgcolor="#A9D0F5" port="tail_PUBLIC.RECEIPTS.RECEIPT_DATE"></td></tr>
- 			<tr><td align="LEFT" bgcolor="#A9D0F5" port="head_PUBLIC.RECEIPTS.RECEIVED_AMOUNT"></td><td align="LEFT" bgcolor="#A9D0F5" port="PUBLIC.RECEIPTS.RECEIVED_AMOUNT">RECEIVED_AMOUNT</td><td align="LEFT" bgcolor="#A9D0F5">DECIMAL(0,0)</td><td align="LEFT" bgcolor="#A9D0F5">(NN)</td><td align="LEFT" bgcolor="#A9D0F5"></td><td align="LEFT" bgcolor="#A9D0F5"></td><td align="LEFT" bgcolor="#A9D0F5"></td><td align="LEFT" bgcolor="#A9D0F5" port="tail_PUBLIC.RECEIPTS.RECEIVED_AMOUNT"></td></tr>
+ 			<tr><td align="LEFT" bgcolor="#A9D0F5" port="head_PUBLIC.RECEIPTS.RECEIVED_AMOUNT"></td><td align="LEFT" bgcolor="#A9D0F5" port="PUBLIC.RECEIPTS.RECEIVED_AMOUNT">RECEIVED_AMOUNT</td><td align="LEFT" bgcolor="#A9D0F5">DECIMAL(15,0)</td><td align="LEFT" bgcolor="#A9D0F5">(NN)</td><td align="LEFT" bgcolor="#A9D0F5"></td><td align="LEFT" bgcolor="#A9D0F5"></td><td align="LEFT" bgcolor="#A9D0F5"></td><td align="LEFT" bgcolor="#A9D0F5" port="tail_PUBLIC.RECEIPTS.RECEIVED_AMOUNT"></td></tr>
		</table>
	</td></tr>
	<tr><td border="0">
		<table border="0" cellpadding="0" cellspacing="0">
			<tr><td></td><td port="footer_PUBLIC_RECEIPTS"></td><td></td></tr>
		</table>
	</td></tr>
</table>>
		];
		"PUBLIC_RECEIPT_ALLOCATIONS" [
			URL="tables/PUBLIC_RECEIPT_ALLOCATIONS.html"
			, fontname="Helvetica"
			, fontsize=10.0
			, label=<
<table bgcolor="#EFFBFB" border="0" cellpadding="0" cellspacing="0">
	<tr><td border="1">
		<table border="0" cellpadding="1" cellspacing="0">
			<tr><td align="CENTER" bgcolor="#58ACFA" port="PUBLIC_RECEIPT_ALLOCATIONS">RECEIPT_ALLOCATIONS</td></tr>
		</table>
	</td></tr>
	<tr><td border="1">
		<table border="0" cellpadding="1" cellspacing="0">
			<tr><td align="LEFT" bgcolor="#81BEF7" port="head_PUBLIC.RECEIPT_ALLOCATIONS.RECEIPT_ALLOCATION_ID"></td><td align="LEFT" bgcolor="#81BEF7" port="PUBLIC.RECEIPT_ALLOCATIONS.RECEIPT_ALLOCATION_ID">RECEIPT_ALLOCATION_ID</td><td align="LEFT" bgcolor="#81BEF7">BIGINT</td><td align="LEFT" bgcolor="#81BEF7">(NN)</td><td align="LEFT" bgcolor="#81BEF7">IDENTITY</td><td align="LEFT" bgcolor="#81BEF7"></td><td align="LEFT" bgcolor="#81BEF7"></td><td align="LEFT" bgcolor="#81BEF7" port="tail_PUBLIC.RECEIPT_ALLOCATIONS.RECEIPT_ALLOCATION_ID"></td></tr>
			<tr><td align="LEFT" bgcolor="#A9D0F5" port="head_PUBLIC.RECEIPT_ALLOCATIONS.RECEIPT_ID"></td><td align="LEFT" bgcolor="#A9D0F5" port="PUBLIC.RECEIPT_ALLOCATIONS.RECEIPT_ID">
				<font color="blue">RECEIPT_ID</font>
			</td><td align="LEFT" bgcolor="#A9D0F5">BIGINT</td><td align="LEFT" bgcolor="#A9D0F5">(NN)</td><td align="LEFT" bgcolor="#A9D0F5"></td><td align="LEFT" bgcolor="#A9D0F5"></td><td align="LEFT" bgcolor="#A9D0F5"></td><td align="LEFT" bgcolor="#A9D0F5" port="tail_PUBLIC.RECEIPT_ALLOCATIONS.RECEIPT_ID"></td></tr>
			<tr><td align="LEFT" bgcolor="#A9D0F5" port="head_PUBLIC.RECEIPT_ALLOCATIONS.INVOICE_ID"></td><td align="LEFT" bgcolor="#A9D0F5" port="PUBLIC.RECEIPT_ALLOCATIONS.INVOICE_ID">
				<font color="blue">INVOICE_ID</font>
			</td><td align="LEFT" bgcolor="#A9D0F5">BIGINT</td><td align="LEFT" bgcolor="#A9D0F5">(NN)</td><td align="LEFT" bgcolor="#A9D0F5"></td><td align="LEFT" bgcolor="#A9D0F5"></td><td align="LEFT" bgcolor="#A9D0F5"></td><td align="LEFT" bgcolor="#A9D0F5" port="tail_PUBLIC.RECEIPT_ALLOCATIONS.INVOICE_ID"></td></tr>
- 			<tr><td align="LEFT" bgcolor="#A9D0F5" port="head_PUBLIC.RECEIPT_ALLOCATIONS.ALLOCATED_AMOUNT"></td><td align="LEFT" bgcolor="#A9D0F5" port="PUBLIC.RECEIPT_ALLOCATIONS.ALLOCATED_AMOUNT">ALLOCATED_AMOUNT</td><td align="LEFT" bgcolor="#A9D0F5">DECIMAL(0,0)</td><td align="LEFT" bgcolor="#A9D0F5">(NN)</td><td align="LEFT" bgcolor="#A9D0F5"></td><td align="LEFT" bgcolor="#A9D0F5"></td><td align="LEFT" bgcolor="#A9D0F5"></td><td align="LEFT" bgcolor="#A9D0F5" port="tail_PUBLIC.RECEIPT_ALLOCATIONS.ALLOCATED_AMOUNT"></td></tr>
+ 			<tr><td align="LEFT" bgcolor="#A9D0F5" port="head_PUBLIC.RECEIPT_ALLOCATIONS.ALLOCATED_AMOUNT"></td><td align="LEFT" bgcolor="#A9D0F5" port="PUBLIC.RECEIPT_ALLOCATIONS.ALLOCATED_AMOUNT">ALLOCATED_AMOUNT</td><td align="LEFT" bgcolor="#A9D0F5">DECIMAL(15,0)</td><td align="LEFT" bgcolor="#A9D0F5">(NN)</td><td align="LEFT" bgcolor="#A9D0F5"></td><td align="LEFT" bgcolor="#A9D0F5"></td><td align="LEFT" bgcolor="#A9D0F5"></td><td align="LEFT" bgcolor="#A9D0F5" port="tail_PUBLIC.RECEIPT_ALLOCATIONS.ALLOCATED_AMOUNT"></td></tr>
		</table>
	</td></tr>
	<tr><td border="0">
		<table border="0" cellpadding="0" cellspacing="0">
			<tr><td></td><td port="footer_PUBLIC_RECEIPT_ALLOCATIONS"></td><td></td></tr>
		</table>
	</td></tr>
</table>>
		];
		"PUBLIC_SALES_RETURNS" [
			URL="tables/PUBLIC_SALES_RETURNS.html"
			, fontname="Helvetica"
			, fontsize=10.0
			, label=<
<table bgcolor="#EFFBFB" border="0" cellpadding="0" cellspacing="0">
	<tr><td border="1">
		<table border="0" cellpadding="1" cellspacing="0">
			<tr><td align="CENTER" bgcolor="#58ACFA" port="PUBLIC_SALES_RETURNS">SALES_RETURNS</td></tr>
		</table>
	</td></tr>
	<tr><td border="1">
		<table border="0" cellpadding="1" cellspacing="0">
			<tr><td align="LEFT" bgcolor="#81BEF7" port="head_PUBLIC.SALES_RETURNS.SALES_RETURN_ID"></td><td align="LEFT" bgcolor="#81BEF7" port="PUBLIC.SALES_RETURNS.SALES_RETURN_ID">SALES_RETURN_ID</td><td align="LEFT" bgcolor="#81BEF7">BIGINT</td><td align="LEFT" bgcolor="#81BEF7">(NN)</td><td align="LEFT" bgcolor="#81BEF7">IDENTITY</td><td align="LEFT" bgcolor="#81BEF7"></td><td align="LEFT" bgcolor="#81BEF7"></td><td align="LEFT" bgcolor="#81BEF7" port="tail_PUBLIC.SALES_RETURNS.SALES_RETURN_ID"></td></tr>
			<tr><td align="LEFT" bgcolor="#A9D0F5" port="head_PUBLIC.SALES_RETURNS.CUSTOMER_ID"></td><td align="LEFT" bgcolor="#A9D0F5" port="PUBLIC.SALES_RETURNS.CUSTOMER_ID">
				<font color="blue">CUSTOMER_ID</font>
			</td><td align="LEFT" bgcolor="#A9D0F5">BIGINT</td><td align="LEFT" bgcolor="#A9D0F5">(NN)</td><td align="LEFT" bgcolor="#A9D0F5"></td><td align="LEFT" bgcolor="#A9D0F5"></td><td align="LEFT" bgcolor="#A9D0F5"></td><td align="LEFT" bgcolor="#A9D0F5" port="tail_PUBLIC.SALES_RETURNS.CUSTOMER_ID"></td></tr>
			<tr><td align="LEFT" bgcolor="#A9D0F5" port="head_PUBLIC.SALES_RETURNS.RETURN_DATE"></td><td align="LEFT" bgcolor="#A9D0F5" port="PUBLIC.SALES_RETURNS.RETURN_DATE">RETURN_DATE</td><td align="LEFT" bgcolor="#A9D0F5">DATE</td><td align="LEFT" bgcolor="#A9D0F5">(NN)</td><td align="LEFT" bgcolor="#A9D0F5"></td><td align="LEFT" bgcolor="#A9D0F5"></td><td align="LEFT" bgcolor="#A9D0F5"></td><td align="LEFT" bgcolor="#A9D0F5" port="tail_PUBLIC.SALES_RETURNS.RETURN_DATE"></td></tr>
		</table>
	</td></tr>
	<tr><td border="0">
		<table border="0" cellpadding="0" cellspacing="0">
			<tr><td></td><td port="footer_PUBLIC_SALES_RETURNS"></td><td></td></tr>
		</table>
	</td></tr>
</table>>
		];
		"PUBLIC_SALES_RETURN_DETAILS" [
			URL="tables/PUBLIC_SALES_RETURN_DETAILS.html"
			, fontname="Helvetica"
			, fontsize=10.0
			, label=<
<table bgcolor="#EFFBFB" border="0" cellpadding="0" cellspacing="0">
	<tr><td border="1">
		<table border="0" cellpadding="1" cellspacing="0">
			<tr><td align="CENTER" bgcolor="#58ACFA" port="PUBLIC_SALES_RETURN_DETAILS">SALES_RETURN_DETAILS</td></tr>
		</table>
	</td></tr>
	<tr><td border="1">
		<table border="0" cellpadding="1" cellspacing="0">
			<tr><td align="LEFT" bgcolor="#81BEF7" port="head_PUBLIC.SALES_RETURN_DETAILS.SALES_RETURN_DETAIL_ID"></td><td align="LEFT" bgcolor="#81BEF7" port="PUBLIC.SALES_RETURN_DETAILS.SALES_RETURN_DETAIL_ID">SALES_RETURN_DETAIL_ID</td><td align="LEFT" bgcolor="#81BEF7">BIGINT</td><td align="LEFT" bgcolor="#81BEF7">(NN)</td><td align="LEFT" bgcolor="#81BEF7">IDENTITY</td><td align="LEFT" bgcolor="#81BEF7"></td><td align="LEFT" bgcolor="#81BEF7"></td><td align="LEFT" bgcolor="#81BEF7" port="tail_PUBLIC.SALES_RETURN_DETAILS.SALES_RETURN_DETAIL_ID"></td></tr>
			<tr><td align="LEFT" bgcolor="#A9D0F5" port="head_PUBLIC.SALES_RETURN_DETAILS.SALES_RETURN_ID"></td><td align="LEFT" bgcolor="#A9D0F5" port="PUBLIC.SALES_RETURN_DETAILS.SALES_RETURN_ID">
				<font color="blue">SALES_RETURN_ID</font>
			</td><td align="LEFT" bgcolor="#A9D0F5">BIGINT</td><td align="LEFT" bgcolor="#A9D0F5">(NN)</td><td align="LEFT" bgcolor="#A9D0F5"></td><td align="LEFT" bgcolor="#A9D0F5"></td><td align="LEFT" bgcolor="#A9D0F5"></td><td align="LEFT" bgcolor="#A9D0F5" port="tail_PUBLIC.SALES_RETURN_DETAILS.SALES_RETURN_ID"></td></tr>
			<tr><td align="LEFT" bgcolor="#A9D0F5" port="head_PUBLIC.SALES_RETURN_DETAILS.PRODUCT_ID"></td><td align="LEFT" bgcolor="#A9D0F5" port="PUBLIC.SALES_RETURN_DETAILS.PRODUCT_ID">
				<font color="blue">PRODUCT_ID</font>
			</td><td align="LEFT" bgcolor="#A9D0F5">BIGINT</td><td align="LEFT" bgcolor="#A9D0F5">(NN)</td><td align="LEFT" bgcolor="#A9D0F5"></td><td align="LEFT" bgcolor="#A9D0F5"></td><td align="LEFT" bgcolor="#A9D0F5"></td><td align="LEFT" bgcolor="#A9D0F5" port="tail_PUBLIC.SALES_RETURN_DETAILS.PRODUCT_ID"></td></tr>
- 			<tr><td align="LEFT" bgcolor="#A9D0F5" port="head_PUBLIC.SALES_RETURN_DETAILS.QUANTITY"></td><td align="LEFT" bgcolor="#A9D0F5" port="PUBLIC.SALES_RETURN_DETAILS.QUANTITY">QUANTITY</td><td align="LEFT" bgcolor="#A9D0F5">DECIMAL(0,0)</td><td align="LEFT" bgcolor="#A9D0F5">(NN)</td><td align="LEFT" bgcolor="#A9D0F5"></td><td align="LEFT" bgcolor="#A9D0F5"></td><td align="LEFT" bgcolor="#A9D0F5"></td><td align="LEFT" bgcolor="#A9D0F5" port="tail_PUBLIC.SALES_RETURN_DETAILS.QUANTITY"></td></tr>
+ 			<tr><td align="LEFT" bgcolor="#A9D0F5" port="head_PUBLIC.SALES_RETURN_DETAILS.QUANTITY"></td><td align="LEFT" bgcolor="#A9D0F5" port="PUBLIC.SALES_RETURN_DETAILS.QUANTITY">QUANTITY</td><td align="LEFT" bgcolor="#A9D0F5">DECIMAL(15,0)</td><td align="LEFT" bgcolor="#A9D0F5">(NN)</td><td align="LEFT" bgcolor="#A9D0F5"></td><td align="LEFT" bgcolor="#A9D0F5"></td><td align="LEFT" bgcolor="#A9D0F5"></td><td align="LEFT" bgcolor="#A9D0F5" port="tail_PUBLIC.SALES_RETURN_DETAILS.QUANTITY"></td></tr>
		</table>
	</td></tr>
	<tr><td border="0">
		<table border="0" cellpadding="0" cellspacing="0">
			<tr><td></td><td port="footer_PUBLIC_SALES_RETURN_DETAILS"></td><td></td></tr>
		</table>
	</td></tr>
</table>>
		];
		"PUBLIC_SHIPMENTS" [
			URL="tables/PUBLIC_SHIPMENTS.html"
			, fontname="Helvetica"
			, fontsize=10.0
			, label=<
<table bgcolor="#EFFBFB" border="0" cellpadding="0" cellspacing="0">
	<tr><td border="1">
		<table border="0" cellpadding="1" cellspacing="0">
			<tr><td align="CENTER" bgcolor="#58ACFA" port="PUBLIC_SHIPMENTS">SHIPMENTS</td></tr>
		</table>
	</td></tr>
	<tr><td border="1">
		<table border="0" cellpadding="1" cellspacing="0">
			<tr><td align="LEFT" bgcolor="#81BEF7" port="head_PUBLIC.SHIPMENTS.SHIPMENT_ID"></td><td align="LEFT" bgcolor="#81BEF7" port="PUBLIC.SHIPMENTS.SHIPMENT_ID">SHIPMENT_ID</td><td align="LEFT" bgcolor="#81BEF7">BIGINT</td><td align="LEFT" bgcolor="#81BEF7">(NN)</td><td align="LEFT" bgcolor="#81BEF7">IDENTITY</td><td align="LEFT" bgcolor="#81BEF7"></td><td align="LEFT" bgcolor="#81BEF7"></td><td align="LEFT" bgcolor="#81BEF7" port="tail_PUBLIC.SHIPMENTS.SHIPMENT_ID"></td></tr>
			<tr><td align="LEFT" bgcolor="#A9D0F5" port="head_PUBLIC.SHIPMENTS.SHIPMENT_NO"></td><td align="LEFT" bgcolor="#A9D0F5" port="PUBLIC.SHIPMENTS.SHIPMENT_NO">SHIPMENT_NO</td><td align="LEFT" bgcolor="#A9D0F5">VARCHAR(30)</td><td align="LEFT" bgcolor="#A9D0F5">(NN)</td><td align="LEFT" bgcolor="#A9D0F5"></td><td align="LEFT" bgcolor="#A9D0F5"></td><td align="LEFT" bgcolor="#A9D0F5"></td><td align="LEFT" bgcolor="#A9D0F5" port="tail_PUBLIC.SHIPMENTS.SHIPMENT_NO"></td></tr>
			<tr><td align="LEFT" bgcolor="#A9D0F5" port="head_PUBLIC.SHIPMENTS.SHIPMENT_DATE"></td><td align="LEFT" bgcolor="#A9D0F5" port="PUBLIC.SHIPMENTS.SHIPMENT_DATE">SHIPMENT_DATE</td><td align="LEFT" bgcolor="#A9D0F5">DATE</td><td align="LEFT" bgcolor="#A9D0F5">(NN)</td><td align="LEFT" bgcolor="#A9D0F5"></td><td align="LEFT" bgcolor="#A9D0F5"></td><td align="LEFT" bgcolor="#A9D0F5"></td><td align="LEFT" bgcolor="#A9D0F5" port="tail_PUBLIC.SHIPMENTS.SHIPMENT_DATE"></td></tr>
		</table>
	</td></tr>
	<tr><td border="0">
		<table border="0" cellpadding="0" cellspacing="0">
			<tr><td></td><td port="footer_PUBLIC_SHIPMENTS"></td><td></td></tr>
		</table>
	</td></tr>
</table>>
		];
		"PUBLIC_SHIPMENT_DETAILS" [
			URL="tables/PUBLIC_SHIPMENT_DETAILS.html"
			, fontname="Helvetica"
			, fontsize=10.0
			, label=<
<table bgcolor="#EFFBFB" border="0" cellpadding="0" cellspacing="0">
	<tr><td border="1">
		<table border="0" cellpadding="1" cellspacing="0">
			<tr><td align="CENTER" bgcolor="#58ACFA" port="PUBLIC_SHIPMENT_DETAILS">SHIPMENT_DETAILS</td></tr>
		</table>
	</td></tr>
	<tr><td border="1">
		<table border="0" cellpadding="1" cellspacing="0">
			<tr><td align="LEFT" bgcolor="#81BEF7" port="head_PUBLIC.SHIPMENT_DETAILS.SHIPMENT_DETAIL_ID"></td><td align="LEFT" bgcolor="#81BEF7" port="PUBLIC.SHIPMENT_DETAILS.SHIPMENT_DETAIL_ID">SHIPMENT_DETAIL_ID</td><td align="LEFT" bgcolor="#81BEF7">BIGINT</td><td align="LEFT" bgcolor="#81BEF7">(NN)</td><td align="LEFT" bgcolor="#81BEF7">IDENTITY</td><td align="LEFT" bgcolor="#81BEF7"></td><td align="LEFT" bgcolor="#81BEF7"></td><td align="LEFT" bgcolor="#81BEF7" port="tail_PUBLIC.SHIPMENT_DETAILS.SHIPMENT_DETAIL_ID"></td></tr>
			<tr><td align="LEFT" bgcolor="#A9D0F5" port="head_PUBLIC.SHIPMENT_DETAILS.SHIPMENT_ID"></td><td align="LEFT" bgcolor="#A9D0F5" port="PUBLIC.SHIPMENT_DETAILS.SHIPMENT_ID">
				<font color="blue">SHIPMENT_ID</font>
			</td><td align="LEFT" bgcolor="#A9D0F5">BIGINT</td><td align="LEFT" bgcolor="#A9D0F5">(NN)</td><td align="LEFT" bgcolor="#A9D0F5"></td><td align="LEFT" bgcolor="#A9D0F5"></td><td align="LEFT" bgcolor="#A9D0F5"></td><td align="LEFT" bgcolor="#A9D0F5" port="tail_PUBLIC.SHIPMENT_DETAILS.SHIPMENT_ID"></td></tr>
			<tr><td align="LEFT" bgcolor="#A9D0F5" port="head_PUBLIC.SHIPMENT_DETAILS.ORDER_DETAIL_ID"></td><td align="LEFT" bgcolor="#A9D0F5" port="PUBLIC.SHIPMENT_DETAILS.ORDER_DETAIL_ID">
				<font color="blue">ORDER_DETAIL_ID</font>
			</td><td align="LEFT" bgcolor="#A9D0F5">BIGINT</td><td align="LEFT" bgcolor="#A9D0F5">(NN)</td><td align="LEFT" bgcolor="#A9D0F5"></td><td align="LEFT" bgcolor="#A9D0F5"></td><td align="LEFT" bgcolor="#A9D0F5"></td><td align="LEFT" bgcolor="#A9D0F5" port="tail_PUBLIC.SHIPMENT_DETAILS.ORDER_DETAIL_ID"></td></tr>
- 			<tr><td align="LEFT" bgcolor="#A9D0F5" port="head_PUBLIC.SHIPMENT_DETAILS.SHIPPED_QUANTITY"></td><td align="LEFT" bgcolor="#A9D0F5" port="PUBLIC.SHIPMENT_DETAILS.SHIPPED_QUANTITY">SHIPPED_QUANTITY</td><td align="LEFT" bgcolor="#A9D0F5">DECIMAL(0,0)</td><td align="LEFT" bgcolor="#A9D0F5">(NN)</td><td align="LEFT" bgcolor="#A9D0F5"></td><td align="LEFT" bgcolor="#A9D0F5"></td><td align="LEFT" bgcolor="#A9D0F5"></td><td align="LEFT" bgcolor="#A9D0F5" port="tail_PUBLIC.SHIPMENT_DETAILS.SHIPPED_QUANTITY"></td></tr>
+ 			<tr><td align="LEFT" bgcolor="#A9D0F5" port="head_PUBLIC.SHIPMENT_DETAILS.SHIPPED_QUANTITY"></td><td align="LEFT" bgcolor="#A9D0F5" port="PUBLIC.SHIPMENT_DETAILS.SHIPPED_QUANTITY">SHIPPED_QUANTITY</td><td align="LEFT" bgcolor="#A9D0F5">DECIMAL(15,0)</td><td align="LEFT" bgcolor="#A9D0F5">(NN)</td><td align="LEFT" bgcolor="#A9D0F5"></td><td align="LEFT" bgcolor="#A9D0F5"></td><td align="LEFT" bgcolor="#A9D0F5"></td><td align="LEFT" bgcolor="#A9D0F5" port="tail_PUBLIC.SHIPMENT_DETAILS.SHIPPED_QUANTITY"></td></tr>
		</table>
	</td></tr>
	<tr><td border="0">
		<table border="0" cellpadding="0" cellspacing="0">
			<tr><td></td><td port="footer_PUBLIC_SHIPMENT_DETAILS"></td><td></td></tr>
		</table>
	</td></tr>
</table>>
		];
		"PUBLIC_TAX_RATES" [
			URL="tables/PUBLIC_TAX_RATES.html"
			, fontname="Helvetica"
			, fontsize=10.0
			, label=<
<table bgcolor="#EFFBFB" border="0" cellpadding="0" cellspacing="0">
	<tr><td border="1">
		<table border="0" cellpadding="1" cellspacing="0">
			<tr><td align="CENTER" bgcolor="#58ACFA" port="PUBLIC_TAX_RATES">TAX_RATES</td></tr>
		</table>
	</td></tr>
	<tr><td border="1">
		<table border="0" cellpadding="1" cellspacing="0">
			<tr><td align="LEFT" bgcolor="#81BEF7" port="head_PUBLIC.TAX_RATES.TAX_RATE_ID"></td><td align="LEFT" bgcolor="#81BEF7" port="PUBLIC.TAX_RATES.TAX_RATE_ID">TAX_RATE_ID</td><td align="LEFT" bgcolor="#81BEF7">BIGINT</td><td align="LEFT" bgcolor="#81BEF7">(NN)</td><td align="LEFT" bgcolor="#81BEF7">IDENTITY</td><td align="LEFT" bgcolor="#81BEF7"></td><td align="LEFT" bgcolor="#81BEF7"></td><td align="LEFT" bgcolor="#81BEF7" port="tail_PUBLIC.TAX_RATES.TAX_RATE_ID"></td></tr>
			<tr><td align="LEFT" bgcolor="#A9D0F5" port="head_PUBLIC.TAX_RATES.TAX_CODE"></td><td align="LEFT" bgcolor="#A9D0F5" port="PUBLIC.TAX_RATES.TAX_CODE">TAX_CODE</td><td align="LEFT" bgcolor="#A9D0F5">VARCHAR(20)</td><td align="LEFT" bgcolor="#A9D0F5">(NN)</td><td align="LEFT" bgcolor="#A9D0F5"></td><td align="LEFT" bgcolor="#A9D0F5"></td><td align="LEFT" bgcolor="#A9D0F5"></td><td align="LEFT" bgcolor="#A9D0F5" port="tail_PUBLIC.TAX_RATES.TAX_CODE"></td></tr>
- 			<tr><td align="LEFT" bgcolor="#A9D0F5" port="head_PUBLIC.TAX_RATES.RATE"></td><td align="LEFT" bgcolor="#A9D0F5" port="PUBLIC.TAX_RATES.RATE">RATE</td><td align="LEFT" bgcolor="#A9D0F5">DECIMAL(0,0)</td><td align="LEFT" bgcolor="#A9D0F5">(NN)</td><td align="LEFT" bgcolor="#A9D0F5"></td><td align="LEFT" bgcolor="#A9D0F5"></td><td align="LEFT" bgcolor="#A9D0F5"></td><td align="LEFT" bgcolor="#A9D0F5" port="tail_PUBLIC.TAX_RATES.RATE"></td></tr>
+ 			<tr><td align="LEFT" bgcolor="#A9D0F5" port="head_PUBLIC.TAX_RATES.RATE"></td><td align="LEFT" bgcolor="#A9D0F5" port="PUBLIC.TAX_RATES.RATE">RATE</td><td align="LEFT" bgcolor="#A9D0F5">DECIMAL(5,0)</td><td align="LEFT" bgcolor="#A9D0F5">(NN)</td><td align="LEFT" bgcolor="#A9D0F5"></td><td align="LEFT" bgcolor="#A9D0F5"></td><td align="LEFT" bgcolor="#A9D0F5"></td><td align="LEFT" bgcolor="#A9D0F5" port="tail_PUBLIC.TAX_RATES.RATE"></td></tr>
			<tr><td align="LEFT" bgcolor="#A9D0F5" port="head_PUBLIC.TAX_RATES.VALID_FROM"></td><td align="LEFT" bgcolor="#A9D0F5" port="PUBLIC.TAX_RATES.VALID_FROM">VALID_FROM</td><td align="LEFT" bgcolor="#A9D0F5">DATE</td><td align="LEFT" bgcolor="#A9D0F5">(NN)</td><td align="LEFT" bgcolor="#A9D0F5"></td><td align="LEFT" bgcolor="#A9D0F5"></td><td align="LEFT" bgcolor="#A9D0F5"></td><td align="LEFT" bgcolor="#A9D0F5" port="tail_PUBLIC.TAX_RATES.VALID_FROM"></td></tr>
			<tr><td align="LEFT" bgcolor="#A9D0F5" port="head_PUBLIC.TAX_RATES.VALID_TO"></td><td align="LEFT" bgcolor="#A9D0F5" port="PUBLIC.TAX_RATES.VALID_TO">VALID_TO</td><td align="LEFT" bgcolor="#A9D0F5">DATE</td><td align="LEFT" bgcolor="#A9D0F5"></td><td align="LEFT" bgcolor="#A9D0F5"></td><td align="LEFT" bgcolor="#A9D0F5"></td><td align="LEFT" bgcolor="#A9D0F5"></td><td align="LEFT" bgcolor="#A9D0F5" port="tail_PUBLIC.TAX_RATES.VALID_TO"></td></tr>
		</table>
	</td></tr>
	<tr><td border="0">
		<table border="0" cellpadding="0" cellspacing="0">
			<tr><td></td><td port="footer_PUBLIC_TAX_RATES"></td><td></td></tr>
		</table>
	</td></tr>
</table>>
		];
		"PUBLIC_WAREHOUSES" [
			URL="tables/PUBLIC_WAREHOUSES.html"
			, fontname="Helvetica"
			, fontsize=10.0
			, label=<
<table bgcolor="#EFFBFB" border="0" cellpadding="0" cellspacing="0">
	<tr><td border="1">
		<table border="0" cellpadding="1" cellspacing="0">
			<tr><td align="CENTER" bgcolor="#58ACFA" port="PUBLIC_WAREHOUSES">WAREHOUSES</td></tr>
		</table>
	</td></tr>
	<tr><td border="1">
		<table border="0" cellpadding="1" cellspacing="0">
			<tr><td align="LEFT" bgcolor="#81BEF7" port="head_PUBLIC.WAREHOUSES.WAREHOUSE_ID"></td><td align="LEFT" bgcolor="#81BEF7" port="PUBLIC.WAREHOUSES.WAREHOUSE_ID">WAREHOUSE_ID</td><td align="LEFT" bgcolor="#81BEF7">BIGINT</td><td align="LEFT" bgcolor="#81BEF7">(NN)</td><td align="LEFT" bgcolor="#81BEF7">IDENTITY</td><td align="LEFT" bgcolor="#81BEF7"></td><td align="LEFT" bgcolor="#81BEF7"></td><td align="LEFT" bgcolor="#81BEF7" port="tail_PUBLIC.WAREHOUSES.WAREHOUSE_ID"></td></tr>
			<tr><td align="LEFT" bgcolor="#A9D0F5" port="head_PUBLIC.WAREHOUSES.WAREHOUSE_CODE"></td><td align="LEFT" bgcolor="#A9D0F5" port="PUBLIC.WAREHOUSES.WAREHOUSE_CODE">WAREHOUSE_CODE</td><td align="LEFT" bgcolor="#A9D0F5">VARCHAR(20)</td><td align="LEFT" bgcolor="#A9D0F5"></td><td align="LEFT" bgcolor="#A9D0F5"></td><td align="LEFT" bgcolor="#A9D0F5"></td><td align="LEFT" bgcolor="#A9D0F5"></td><td align="LEFT" bgcolor="#A9D0F5" port="tail_PUBLIC.WAREHOUSES.WAREHOUSE_CODE"></td></tr>
			<tr><td align="LEFT" bgcolor="#A9D0F5" port="head_PUBLIC.WAREHOUSES.WAREHOUSE_NAME"></td><td align="LEFT" bgcolor="#A9D0F5" port="PUBLIC.WAREHOUSES.WAREHOUSE_NAME">WAREHOUSE_NAME</td><td align="LEFT" bgcolor="#A9D0F5">VARCHAR(200)</td><td align="LEFT" bgcolor="#A9D0F5"></td><td align="LEFT" bgcolor="#A9D0F5"></td><td align="LEFT" bgcolor="#A9D0F5"></td><td align="LEFT" bgcolor="#A9D0F5"></td><td align="LEFT" bgcolor="#A9D0F5" port="tail_PUBLIC.WAREHOUSES.WAREHOUSE_NAME"></td></tr>
		</table>
	</td></tr>
	<tr><td border="0">
		<table border="0" cellpadding="0" cellspacing="0">
			<tr><td></td><td port="footer_PUBLIC_WAREHOUSES"></td><td></td></tr>
		</table>
	</td></tr>
</table>>
		];
		"PUBLIC_changelog" [
			URL="tables/PUBLIC_changelog.html"
			, fontname="Helvetica"
			, fontsize=10.0
			, label=<
<table bgcolor="#EFFBFB" border="0" cellpadding="0" cellspacing="0">
	<tr><td border="1">
		<table border="0" cellpadding="1" cellspacing="0">
			<tr><td align="CENTER" bgcolor="#58ACFA" port="PUBLIC_changelog">changelog</td></tr>
		</table>
	</td></tr>
	<tr><td border="1">
		<table border="0" cellpadding="1" cellspacing="0">
			<tr><td align="LEFT" bgcolor="#81BEF7" port="head_PUBLIC.changelog.change_number"></td><td align="LEFT" bgcolor="#81BEF7" port="PUBLIC.changelog.change_number">change_number</td><td align="LEFT" bgcolor="#81BEF7">BIGINT</td><td align="LEFT" bgcolor="#81BEF7">(NN)</td><td align="LEFT" bgcolor="#81BEF7"></td><td align="LEFT" bgcolor="#81BEF7"></td><td align="LEFT" bgcolor="#81BEF7"></td><td align="LEFT" bgcolor="#81BEF7" port="tail_PUBLIC.changelog.change_number"></td></tr>
			<tr><td align="LEFT" bgcolor="#A9D0F5" port="head_PUBLIC.changelog.applied_by"></td><td align="LEFT" bgcolor="#A9D0F5" port="PUBLIC.changelog.applied_by">applied_by</td><td align="LEFT" bgcolor="#A9D0F5">VARCHAR(255)</td><td align="LEFT" bgcolor="#A9D0F5"></td><td align="LEFT" bgcolor="#A9D0F5"></td><td align="LEFT" bgcolor="#A9D0F5"></td><td align="LEFT" bgcolor="#A9D0F5"></td><td align="LEFT" bgcolor="#A9D0F5" port="tail_PUBLIC.changelog.applied_by"></td></tr>
			<tr><td align="LEFT" bgcolor="#A9D0F5" port="head_PUBLIC.changelog.applied_at"></td><td align="LEFT" bgcolor="#A9D0F5" port="PUBLIC.changelog.applied_at">applied_at</td><td align="LEFT" bgcolor="#A9D0F5">TIMESTAMP(0)</td><td align="LEFT" bgcolor="#A9D0F5"></td><td align="LEFT" bgcolor="#A9D0F5"></td><td align="LEFT" bgcolor="#A9D0F5"></td><td align="LEFT" bgcolor="#A9D0F5"></td><td align="LEFT" bgcolor="#A9D0F5" port="tail_PUBLIC.changelog.applied_at"></td></tr>
			<tr><td align="LEFT" bgcolor="#A9D0F5" port="head_PUBLIC.changelog.status"></td><td align="LEFT" bgcolor="#A9D0F5" port="PUBLIC.changelog.status">status</td><td align="LEFT" bgcolor="#A9D0F5">VARCHAR(31)</td><td align="LEFT" bgcolor="#A9D0F5"></td><td align="LEFT" bgcolor="#A9D0F5"></td><td align="LEFT" bgcolor="#A9D0F5"></td><td align="LEFT" bgcolor="#A9D0F5"></td><td align="LEFT" bgcolor="#A9D0F5" port="tail_PUBLIC.changelog.status"></td></tr>
			<tr><td align="LEFT" bgcolor="#A9D0F5" port="head_PUBLIC.changelog.description"></td><td align="LEFT" bgcolor="#A9D0F5" port="PUBLIC.changelog.description">description</td><td align="LEFT" bgcolor="#A9D0F5">VARCHAR(1023)</td><td align="LEFT" bgcolor="#A9D0F5"></td><td align="LEFT" bgcolor="#A9D0F5"></td><td align="LEFT" bgcolor="#A9D0F5"></td><td align="LEFT" bgcolor="#A9D0F5"></td><td align="LEFT" bgcolor="#A9D0F5" port="tail_PUBLIC.changelog.description"></td></tr>
			<tr><td align="LEFT" bgcolor="#A9D0F5" port="head_PUBLIC.changelog.series_number"></td><td align="LEFT" bgcolor="#A9D0F5" port="PUBLIC.changelog.series_number">series_number</td><td align="LEFT" bgcolor="#A9D0F5">BIGINT</td><td align="LEFT" bgcolor="#A9D0F5"></td><td align="LEFT" bgcolor="#A9D0F5"></td><td align="LEFT" bgcolor="#A9D0F5"></td><td align="LEFT" bgcolor="#A9D0F5"></td><td align="LEFT" bgcolor="#A9D0F5" port="tail_PUBLIC.changelog.series_number"></td></tr>
		</table>
	</td></tr>
	<tr><td border="0">
		<table border="0" cellpadding="0" cellspacing="0">
			<tr><td></td><td port="footer_PUBLIC_changelog"></td><td></td></tr>
		</table>
	</td></tr>
</table>>
		];
		"PUBLIC_ACCOUNTS_RECEIVABLE":"head_PUBLIC.ACCOUNTS_RECEIVABLE.CUSTOMER_ID":w -- "PUBLIC_CUSTOMERS":"tail_PUBLIC.CUSTOMERS.CUSTOMER_ID" [
			arrowhead="noneodot"
			, arrowtail="noneteeodot"
			, comment="FK_ACCOUNTS_RECEIVABLE_CUSTOMER"
			, dir=back
			, fontsize=10.0
			, label="FK_ACCOUNTS_RECEIVABLE_CUSTOMER
(DEL=NONE,UPD=NONE)"
		];
		"PUBLIC_INVENTORY_BALANCES":"head_PUBLIC.INVENTORY_BALANCES.PRODUCT_ID":w -- "PUBLIC_PRODUCTS":"tail_PUBLIC.PRODUCTS.PRODUCT_ID" [
			arrowhead="noneteetee"
			, arrowtail="noneteeodot"
			, comment="FK_INVENTORY_BALANCES_PRODUCTS"
			, dir=back
			, fontsize=10.0
			, label="FK_INVENTORY_BALANCES_PRODUCTS
(DEL=NONE,UPD=NONE)"
		];
		"PUBLIC_INVENTORY_BALANCES":"head_PUBLIC.INVENTORY_BALANCES.WAREHOUSE_ID":w -- "PUBLIC_WAREHOUSES":"tail_PUBLIC.WAREHOUSES.WAREHOUSE_ID" [
			arrowhead="noneteetee"
			, arrowtail="noneteeodot"
			, comment="FK_INVENTORY_BALANCES_WAREHOUSE"
			, dir=back
			, fontsize=10.0
			, label="FK_INVENTORY_BALANCES_WAREHOUSE
(DEL=NONE,UPD=NONE)"
		];
		"PUBLIC_INVENTORY_TRANSACTIONS":"head_PUBLIC.INVENTORY_TRANSACTIONS.PRODUCT_ID":w -- "PUBLIC_PRODUCTS":"tail_PUBLIC.PRODUCTS.PRODUCT_ID" [
			arrowhead="noneteetee"
			, arrowtail="crowteeodot"
			, comment="FK_INVENTORY_TRANSACTIONS_PRODUCT"
			, dir=back
			, fontsize=10.0
			, label="FK_INVENTORY_TRANSACTIONS_PRODUCT
(DEL=NONE,UPD=NONE)"
		];
		"PUBLIC_INVENTORY_TRANSACTIONS":"head_PUBLIC.INVENTORY_TRANSACTIONS.WAREHOUSE_ID":w -- "PUBLIC_WAREHOUSES":"tail_PUBLIC.WAREHOUSES.WAREHOUSE_ID" [
			arrowhead="noneteetee"
			, arrowtail="crowteeodot"
			, comment="FK_INVENTORY_TRANSACTIONS_WAREHOUSES"
			, dir=back
			, fontsize=10.0
			, label="FK_INVENTORY_TRANSACTIONS_WAREHOUSES
(DEL=NONE,UPD=NONE)"
		];
		"PUBLIC_INVOICES":"head_PUBLIC.INVOICES.CUSTOMER_ID":w -- "PUBLIC_CUSTOMERS":"tail_PUBLIC.CUSTOMERS.CUSTOMER_ID" [
			arrowhead="noneteetee"
			, arrowtail="crowteeodot"
			, comment="FK_INVOICES_CUSTOMER"
			, dir=back
			, fontsize=10.0
			, label="FK_INVOICES_CUSTOMER
(DEL=NONE,UPD=NONE)"
		];
		"PUBLIC_INVOICE_DETAILS":"head_PUBLIC.INVOICE_DETAILS.INVOICE_ID":w -- "PUBLIC_INVOICES":"tail_PUBLIC.INVOICES.INVOICE_ID" [
			arrowhead="noneteetee"
			, arrowtail="crowteeodot"
			, comment="FK_INVOICE_DETAILS_INVOICE"
			, dir=back
			, fontsize=10.0
			, label="FK_INVOICE_DETAILS_INVOICE
(DEL=NONE,UPD=NONE)"
		];
		"PUBLIC_INVOICE_DETAILS":"head_PUBLIC.INVOICE_DETAILS.SHIPMENT_DETAIL_ID":w -- "PUBLIC_SHIPMENT_DETAILS":"tail_PUBLIC.SHIPMENT_DETAILS.SHIPMENT_DETAIL_ID" [
			arrowhead="noneteetee"
			, arrowtail="crowteeodot"
			, comment="FK_INVOICE_DETAILS_SHIPMENT_DETAIL"
			, dir=back
			, fontsize=10.0
			, label="FK_INVOICE_DETAILS_SHIPMENT_DETAIL
(DEL=NONE,UPD=NONE)"
		];
		"PUBLIC_ORDERS":"head_PUBLIC.ORDERS.CUSTOMER_ID":w -- "PUBLIC_CUSTOMERS":"tail_PUBLIC.CUSTOMERS.CUSTOMER_ID" [
			arrowhead="noneteetee"
			, arrowtail="crowteeodot"
			, comment="FK_ORDERS_CUSTOMER"
			, dir=back
			, fontsize=10.0
			, label="FK_ORDERS_CUSTOMER
(DEL=NONE,UPD=NONE)"
		];
		"PUBLIC_ORDER_DETAILS":"head_PUBLIC.ORDER_DETAILS.ORDER_ID":w -- "PUBLIC_ORDERS":"tail_PUBLIC.ORDERS.ORDER_ID" [
			arrowhead="noneteetee"
			, arrowtail="crowteeodot"
			, comment="FK_ORDER_DETAILS_ORDER"
			, dir=back
			, fontsize=10.0
			, label="FK_ORDER_DETAILS_ORDER
(DEL=NONE,UPD=NONE)"
		];
		"PUBLIC_ORDER_DETAILS":"head_PUBLIC.ORDER_DETAILS.PRODUCT_ID":w -- "PUBLIC_PRODUCTS":"tail_PUBLIC.PRODUCTS.PRODUCT_ID" [
			arrowhead="noneteetee"
			, arrowtail="crowteeodot"
			, comment="FK_ORDER_DETAILS_PRODUCT"
			, dir=back
			, fontsize=10.0
			, label="FK_ORDER_DETAILS_PRODUCT
(DEL=NONE,UPD=NONE)"
		];
		"PUBLIC_PRODUCT_PRICES":"head_PUBLIC.PRODUCT_PRICES.PRODUCT_ID":w -- "PUBLIC_PRODUCTS":"tail_PUBLIC.PRODUCTS.PRODUCT_ID" [
			arrowhead="noneteetee"
			, arrowtail="crowteeodot"
			, comment="FK_PRODUCT_PRICES_PRODUCT"
			, dir=back
			, fontsize=10.0
			, label="FK_PRODUCT_PRICES_PRODUCT
(DEL=NONE,UPD=NONE)"
		];
		"PUBLIC_RECEIPTS":"head_PUBLIC.RECEIPTS.CUSTOMER_ID":w -- "PUBLIC_CUSTOMERS":"tail_PUBLIC.CUSTOMERS.CUSTOMER_ID" [
			arrowhead="noneteetee"
			, arrowtail="crowteeodot"
			, comment="FK_RECEIPTS_CUSTOMER"
			, dir=back
			, fontsize=10.0
			, label="FK_RECEIPTS_CUSTOMER
(DEL=NONE,UPD=NONE)"
		];
		"PUBLIC_RECEIPT_ALLOCATIONS":"head_PUBLIC.RECEIPT_ALLOCATIONS.INVOICE_ID":w -- "PUBLIC_INVOICES":"tail_PUBLIC.INVOICES.INVOICE_ID" [
			arrowhead="noneteetee"
			, arrowtail="crowteeodot"
			, comment="FK_RECEIPT_ALLOCATIONS_INVOICE"
			, dir=back
			, fontsize=10.0
			, label="FK_RECEIPT_ALLOCATIONS_INVOICE
(DEL=NONE,UPD=NONE)"
		];
		"PUBLIC_RECEIPT_ALLOCATIONS":"head_PUBLIC.RECEIPT_ALLOCATIONS.RECEIPT_ID":w -- "PUBLIC_RECEIPTS":"tail_PUBLIC.RECEIPTS.RECEIPT_ID" [
			arrowhead="noneteetee"
			, arrowtail="crowteeodot"
			, comment="FK_RECEIPT_ALLOCATIONS_RECEIPT"
			, dir=back
			, fontsize=10.0
			, label="FK_RECEIPT_ALLOCATIONS_RECEIPT
(DEL=NONE,UPD=NONE)"
		];
		"PUBLIC_SALES_RETURNS":"head_PUBLIC.SALES_RETURNS.CUSTOMER_ID":w -- "PUBLIC_CUSTOMERS":"tail_PUBLIC.CUSTOMERS.CUSTOMER_ID" [
			arrowhead="noneteetee"
			, arrowtail="crowteeodot"
			, comment="SYS_FK_10164"
			, dir=back
			, fontsize=10.0
			, label="SYS_FK_10164
(DEL=NONE,UPD=NONE)"
		];
		"PUBLIC_SALES_RETURN_DETAILS":"head_PUBLIC.SALES_RETURN_DETAILS.PRODUCT_ID":w -- "PUBLIC_PRODUCTS":"tail_PUBLIC.PRODUCTS.PRODUCT_ID" [
			arrowhead="noneteetee"
			, arrowtail="crowteeodot"
			, comment="FK_SALES_RETURN_DETAILS_PRODUCT"
			, dir=back
			, fontsize=10.0
			, label="FK_SALES_RETURN_DETAILS_PRODUCT
(DEL=NONE,UPD=NONE)"
		];
		"PUBLIC_SALES_RETURN_DETAILS":"head_PUBLIC.SALES_RETURN_DETAILS.SALES_RETURN_ID":w -- "PUBLIC_SALES_RETURNS":"tail_PUBLIC.SALES_RETURNS.SALES_RETURN_ID" [
			arrowhead="noneteetee"
			, arrowtail="crowteeodot"
			, comment="FK_SALES_RETURN_DETAILS_SALES_RETURN"
			, dir=back
			, fontsize=10.0
			, label="FK_SALES_RETURN_DETAILS_SALES_RETURN
(DEL=NONE,UPD=NONE)"
		];
		"PUBLIC_SHIPMENT_DETAILS":"head_PUBLIC.SHIPMENT_DETAILS.ORDER_DETAIL_ID":w -- "PUBLIC_ORDER_DETAILS":"tail_PUBLIC.ORDER_DETAILS.ORDER_DETAIL_ID" [
			arrowhead="noneteetee"
			, arrowtail="crowteeodot"
			, comment="FK_SHIPMENT_DETAILS_ORDER_DETAIL"
			, dir=back
			, fontsize=10.0
			, label="FK_SHIPMENT_DETAILS_ORDER_DETAIL
(DEL=NONE,UPD=NONE)"
		];
		"PUBLIC_SHIPMENT_DETAILS":"head_PUBLIC.SHIPMENT_DETAILS.SHIPMENT_ID":w -- "PUBLIC_SHIPMENTS":"tail_PUBLIC.SHIPMENTS.SHIPMENT_ID" [
			arrowhead="noneteetee"
			, arrowtail="crowteeodot"
			, comment="FK_SHIPMENT_DETAILS_SHIPMENT"
			, dir=back
			, fontsize=10.0
			, label="FK_SHIPMENT_DETAILS_SHIPMENT
(DEL=NONE,UPD=NONE)"
		];
		label="PUBLIC"
	}
}